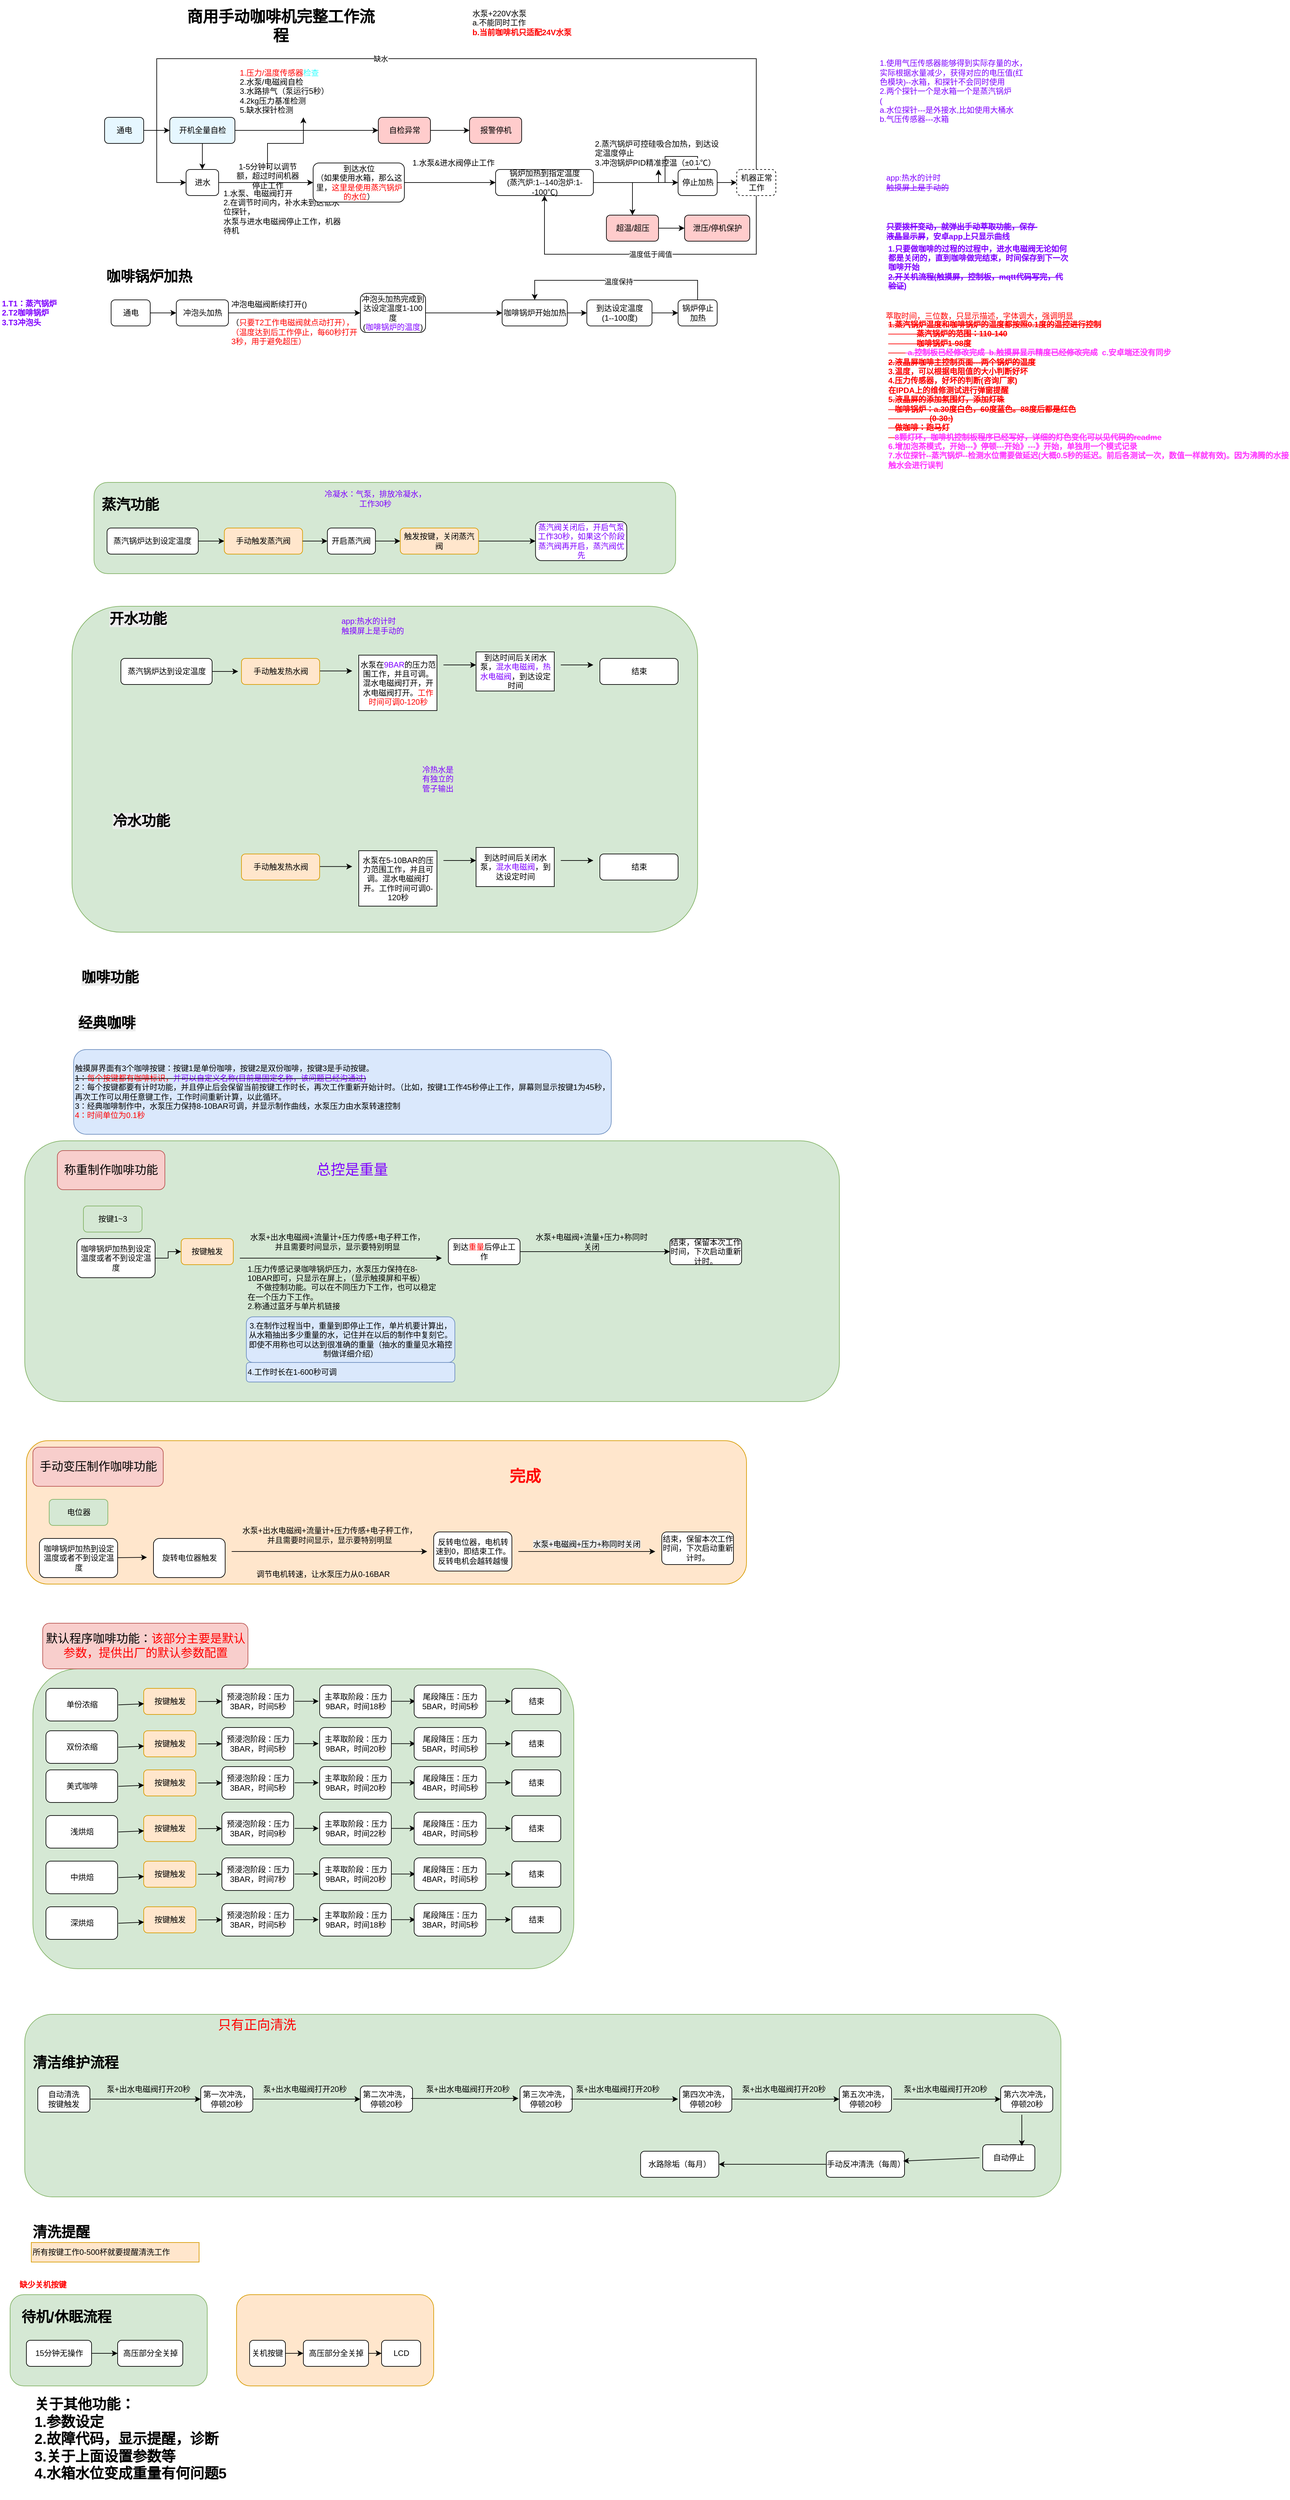
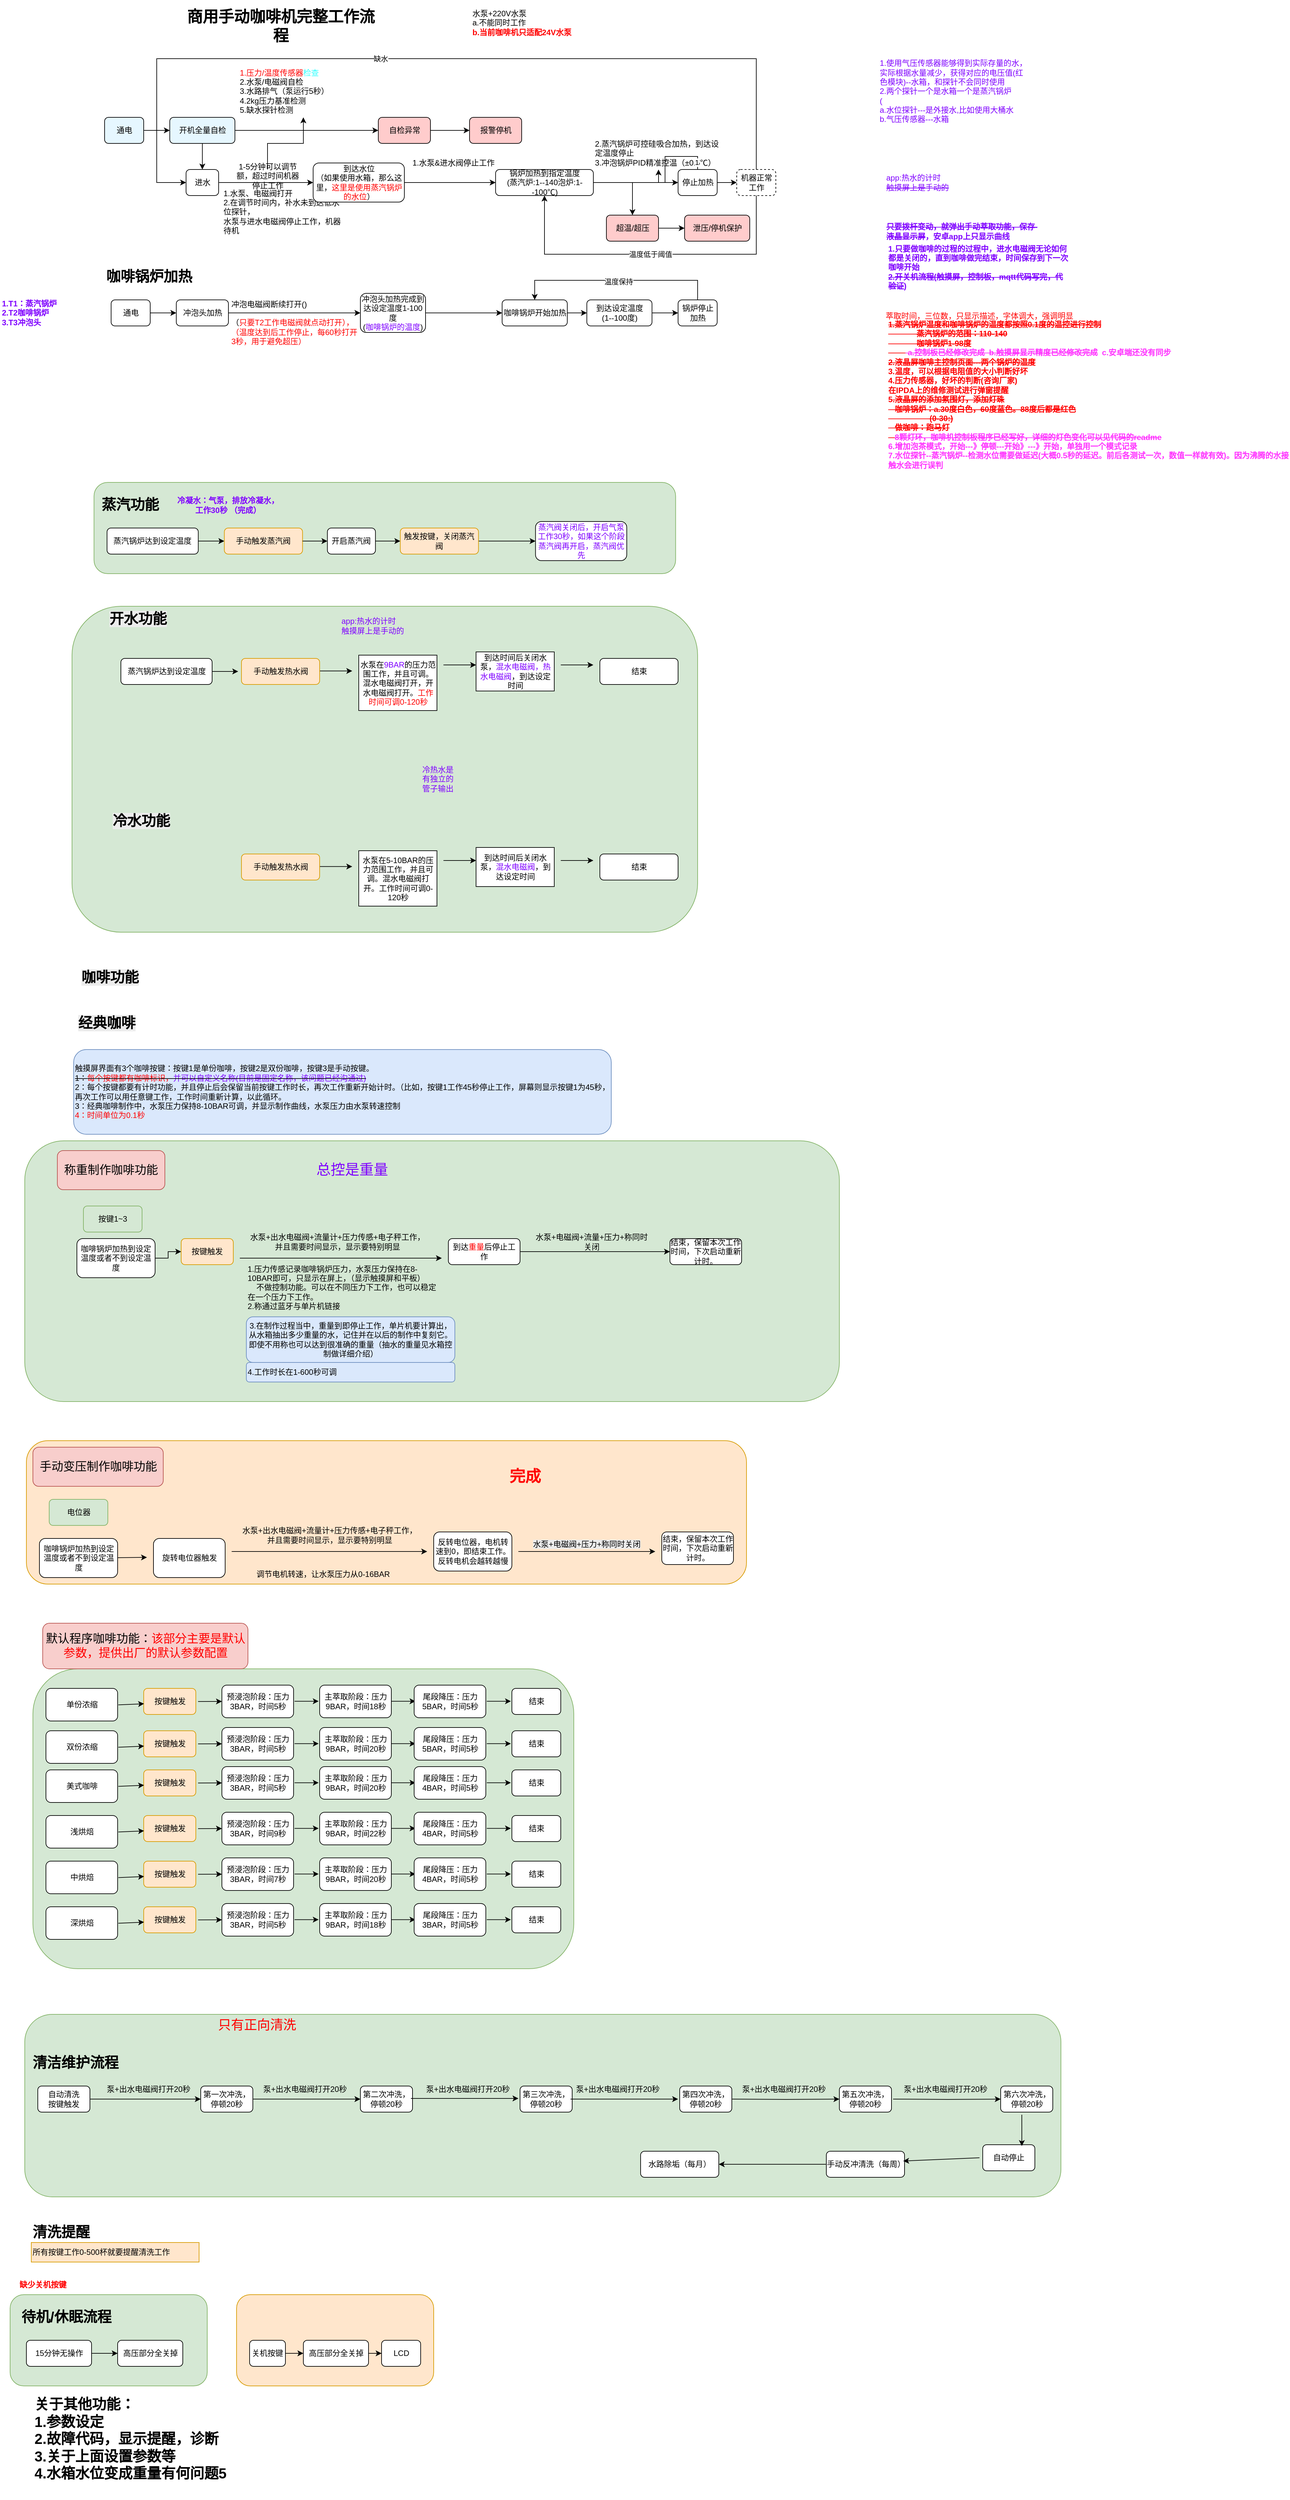
<mxfile host="app.diagrams.net" agent="Mozilla/5.0 (X11; Linux x86_64) AppleWebKit/537.36 (KHTML, like Gecko) Chrome/140.0.0.0 Safari/537.36" version="29.6.4">
  <diagram name="第 1 页" id="PMNbjTTgIml5Qdtd_ilu">
    <mxGraphModel dx="5240" dy="3688" grid="1" gridSize="10" guides="1" tooltips="1" connect="1" arrows="1" fold="1" page="1" pageScale="1" pageWidth="4000" pageHeight="3000" math="0" shadow="0">
      <root>
        <mxCell id="0" />
        <mxCell id="1" parent="0" />
        <mxCell id="I0rIjMPQqkQqQYyNlasD-1" parent="1" style="rounded=1;whiteSpace=wrap;html=1;fillColor=#d5e8d4;strokeColor=#82b366;" value="" vertex="1">
          <mxGeometry height="140" width="302.5" x="-3762.5" y="1520" as="geometry" />
        </mxCell>
        <mxCell id="IilmvoyfG79s7OAyW8Hz-3" parent="1" style="rounded=1;whiteSpace=wrap;html=1;fillColor=#d5e8d4;strokeColor=#82b366;" value="" vertex="1">
          <mxGeometry height="400" width="1250" x="-3740" y="-250" as="geometry" />
        </mxCell>
        <mxCell id="IilmvoyfG79s7OAyW8Hz-1" parent="1" style="rounded=1;whiteSpace=wrap;html=1;fillColor=#ffe6cc;strokeColor=#d79b00;" value="" vertex="1">
          <mxGeometry height="220" width="1105" x="-3737.5" y="210" as="geometry" />
        </mxCell>
        <mxCell id="OjalCZGyZe0Cus6Rz-vr-6" parent="1" style="rounded=1;whiteSpace=wrap;html=1;fillColor=#d5e8d4;strokeColor=#82b366;" value="" vertex="1">
          <mxGeometry height="460" width="830" x="-3727.5" y="560" as="geometry" />
        </mxCell>
        <mxCell id="OjalCZGyZe0Cus6Rz-vr-4" parent="1" style="rounded=1;whiteSpace=wrap;html=1;fillColor=#d5e8d4;strokeColor=#82b366;" value="" vertex="1">
          <mxGeometry height="140" width="892.5" x="-3633.75" y="-1260" as="geometry" />
        </mxCell>
        <mxCell id="OjalCZGyZe0Cus6Rz-vr-2" parent="1" style="rounded=1;whiteSpace=wrap;html=1;fillColor=#d5e8d4;strokeColor=#82b366;" value="" vertex="1">
          <mxGeometry height="500" width="960" x="-3667.5" y="-1070" as="geometry" />
        </mxCell>
        <mxCell id="OjalCZGyZe0Cus6Rz-vr-1" parent="1" style="rounded=1;whiteSpace=wrap;html=1;fillColor=#d5e8d4;strokeColor=#82b366;" value="" vertex="1">
          <mxGeometry height="280" width="1590" x="-3740" y="1090" as="geometry" />
        </mxCell>
        <mxCell id="_P9jYmqXWWuWMUU2pL9c-90" parent="1" style="text;html=1;whiteSpace=wrap;strokeColor=none;fillColor=none;align=center;verticalAlign=middle;rounded=0;fontSize=24;fontStyle=1" value="商用手动咖啡机完整工作流程" vertex="1">
          <mxGeometry height="40" width="300" x="-3497.5" y="-1980" as="geometry" />
        </mxCell>
        <mxCell id="_P9jYmqXWWuWMUU2pL9c-91" parent="1" style="rounded=1;whiteSpace=wrap;html=1;fillColor=#e6f7ff;" value="通电" vertex="1">
          <mxGeometry height="40" width="60" x="-3617.5" y="-1820" as="geometry" />
        </mxCell>
        <mxCell id="_P9jYmqXWWuWMUU2pL9c-92" edge="1" parent="1" source="_P9jYmqXWWuWMUU2pL9c-91" style="edgeStyle=orthogonalEdgeStyle;rounded=0;orthogonalLoop=1;jettySize=auto;html=1;" target="_P9jYmqXWWuWMUU2pL9c-93" value="">
          <mxGeometry relative="1" as="geometry" />
        </mxCell>
        <mxCell id="_P9jYmqXWWuWMUU2pL9c-93" parent="1" style="rounded=1;whiteSpace=wrap;html=1;fillColor=#e6f7ff;" value="开机全量自检" vertex="1">
          <mxGeometry height="40" width="100" x="-3517.5" y="-1820" as="geometry" />
        </mxCell>
        <mxCell id="_P9jYmqXWWuWMUU2pL9c-94" parent="1" style="text;html=1;whiteSpace=wrap;strokeColor=none;fillColor=none;align=left;verticalAlign=middle;rounded=0;" value="&lt;font style=&quot;color: rgb(255, 0, 0);&quot;&gt;1.压力/温度传感器&lt;/font&gt;&lt;font style=&quot;color: rgb(51, 255, 255);&quot;&gt;检查&lt;/font&gt;&lt;br&gt;2.水泵/电磁阀自检&lt;br&gt;3.水路排气（泵运行5秒）&lt;br&gt;4.2kg压力基准检测&lt;br&gt;5.缺水探针检测" vertex="1">
          <mxGeometry height="80" width="200" x="-3412.5" y="-1900" as="geometry" />
        </mxCell>
        <mxCell id="_P9jYmqXWWuWMUU2pL9c-95" edge="1" parent="1" source="_P9jYmqXWWuWMUU2pL9c-93" style="edgeStyle=orthogonalEdgeStyle;rounded=0;orthogonalLoop=1;jettySize=auto;html=1;" target="_P9jYmqXWWuWMUU2pL9c-96" value="">
          <mxGeometry relative="1" as="geometry" />
        </mxCell>
        <mxCell id="_P9jYmqXWWuWMUU2pL9c-96" parent="1" style="rounded=1;whiteSpace=wrap;html=1;fillColor=#ffcccc;" value="自检异常" vertex="1">
          <mxGeometry height="40" width="80" x="-3197.5" y="-1820" as="geometry" />
        </mxCell>
        <mxCell id="_P9jYmqXWWuWMUU2pL9c-97" edge="1" parent="1" source="_P9jYmqXWWuWMUU2pL9c-96" style="edgeStyle=orthogonalEdgeStyle;rounded=0;orthogonalLoop=1;jettySize=auto;html=1;" target="_P9jYmqXWWuWMUU2pL9c-98" value="">
          <mxGeometry relative="1" as="geometry" />
        </mxCell>
        <mxCell id="_P9jYmqXWWuWMUU2pL9c-98" parent="1" style="rounded=1;whiteSpace=wrap;html=1;fillColor=#ffcccc;" value="报警停机" vertex="1">
          <mxGeometry height="40" width="80" x="-3057.5" y="-1820" as="geometry" />
        </mxCell>
        <mxCell id="_P9jYmqXWWuWMUU2pL9c-99" edge="1" parent="1" source="_P9jYmqXWWuWMUU2pL9c-93" style="edgeStyle=orthogonalEdgeStyle;rounded=0;orthogonalLoop=1;jettySize=auto;html=1;" target="_P9jYmqXWWuWMUU2pL9c-2" value="">
          <mxGeometry relative="1" as="geometry" />
        </mxCell>
        <mxCell id="_P9jYmqXWWuWMUU2pL9c-2" parent="1" style="rounded=1;whiteSpace=wrap;html=1;" value="进水" vertex="1">
          <mxGeometry height="40" width="50" x="-3492.5" y="-1740" as="geometry" />
        </mxCell>
        <mxCell id="ROr1tPp7Zhurker6Y36_-3" edge="1" parent="1" source="_P9jYmqXWWuWMUU2pL9c-6" style="edgeStyle=orthogonalEdgeStyle;rounded=0;orthogonalLoop=1;jettySize=auto;html=1;" target="_P9jYmqXWWuWMUU2pL9c-94" value="">
          <mxGeometry relative="1" as="geometry" />
        </mxCell>
        <mxCell id="_P9jYmqXWWuWMUU2pL9c-6" parent="1" style="text;html=1;whiteSpace=wrap;strokeColor=none;fillColor=none;align=center;verticalAlign=middle;rounded=0;" value="1-5分钟可以调节额，超过时间机器停止工作" vertex="1">
          <mxGeometry height="20" width="100" x="-3417.5" y="-1740" as="geometry" />
        </mxCell>
        <mxCell id="_P9jYmqXWWuWMUU2pL9c-7" parent="1" style="text;html=1;whiteSpace=wrap;strokeColor=none;fillColor=none;align=left;verticalAlign=middle;rounded=0;" value="1.水泵、电磁阀打开&lt;br&gt;&lt;div&gt;2.在调节时间内，补水未到达低水位探针，&lt;/div&gt;&lt;div&gt;水泵与进水电磁阀停止工作，机器待机&lt;/div&gt;" vertex="1">
          <mxGeometry height="50" width="190" x="-3437.5" y="-1700" as="geometry" />
        </mxCell>
        <mxCell id="_P9jYmqXWWuWMUU2pL9c-5" edge="1" parent="1" source="_P9jYmqXWWuWMUU2pL9c-2" style="edgeStyle=orthogonalEdgeStyle;rounded=0;orthogonalLoop=1;jettySize=auto;html=1;" target="_P9jYmqXWWuWMUU2pL9c-4" value="">
          <mxGeometry relative="1" as="geometry" />
        </mxCell>
        <mxCell id="_P9jYmqXWWuWMUU2pL9c-4" parent="1" style="rounded=1;whiteSpace=wrap;html=1;" value="到达水位&lt;br&gt;（如果使用水箱，那么这里，&lt;font style=&quot;color: rgb(255, 0, 0);&quot;&gt;这里是使用蒸汽锅炉的水位&lt;/font&gt;）" vertex="1">
          <mxGeometry height="60" width="140" x="-3297.5" y="-1750" as="geometry" />
        </mxCell>
        <mxCell id="_P9jYmqXWWuWMUU2pL9c-10" parent="1" style="text;html=1;whiteSpace=wrap;strokeColor=none;fillColor=none;align=center;verticalAlign=middle;rounded=0;" value="1.水泵&amp;amp;进水阀停止工作" vertex="1">
          <mxGeometry height="20" width="130" x="-3147.5" y="-1760" as="geometry" />
        </mxCell>
        <mxCell id="_P9jYmqXWWuWMUU2pL9c-9" edge="1" parent="1" source="_P9jYmqXWWuWMUU2pL9c-4" style="edgeStyle=orthogonalEdgeStyle;rounded=0;orthogonalLoop=1;jettySize=auto;html=1;" target="_P9jYmqXWWuWMUU2pL9c-8" value="">
          <mxGeometry relative="1" as="geometry" />
        </mxCell>
        <mxCell id="_P9jYmqXWWuWMUU2pL9c-8" parent="1" style="rounded=1;whiteSpace=wrap;html=1;" value="锅炉加热到指定温度&lt;br&gt;(蒸汽炉:1--140泡炉:1--100℃)" vertex="1">
          <mxGeometry height="40" width="150" x="-3017.5" y="-1740" as="geometry" />
        </mxCell>
        <mxCell id="_P9jYmqXWWuWMUU2pL9c-11" parent="1" style="text;html=1;whiteSpace=wrap;strokeColor=none;fillColor=none;align=left;verticalAlign=middle;rounded=0;" value="2.蒸汽锅炉可控硅吸合加热，到达设定温度停止&lt;br&gt;3.冲泡锅炉PID精准控温（±0.5℃）" vertex="1">
          <mxGeometry height="50" width="200" x="-2867.5" y="-1790" as="geometry" />
        </mxCell>
        <mxCell id="_P9jYmqXWWuWMUU2pL9c-13" edge="1" parent="1" source="_P9jYmqXWWuWMUU2pL9c-8" style="edgeStyle=orthogonalEdgeStyle;rounded=0;orthogonalLoop=1;jettySize=auto;html=1;" target="_P9jYmqXWWuWMUU2pL9c-12" value="">
          <mxGeometry relative="1" as="geometry" />
        </mxCell>
        <mxCell id="ROr1tPp7Zhurker6Y36_-1" edge="1" parent="1" source="_P9jYmqXWWuWMUU2pL9c-12" style="edgeStyle=orthogonalEdgeStyle;rounded=0;orthogonalLoop=1;jettySize=auto;html=1;" target="_P9jYmqXWWuWMUU2pL9c-11" value="">
          <mxGeometry relative="1" as="geometry" />
        </mxCell>
        <mxCell id="ROr1tPp7Zhurker6Y36_-2" connectable="0" parent="ROr1tPp7Zhurker6Y36_-1" style="edgeLabel;html=1;align=center;verticalAlign=middle;resizable=0;points=[];" value="1" vertex="1">
          <mxGeometry relative="1" x="-0.8429" y="2" as="geometry">
            <mxPoint as="offset" />
          </mxGeometry>
        </mxCell>
        <mxCell id="_P9jYmqXWWuWMUU2pL9c-12" parent="1" style="rounded=1;whiteSpace=wrap;html=1;" value="停止加热" vertex="1">
          <mxGeometry height="40" width="60" x="-2737.5" y="-1740" as="geometry" />
        </mxCell>
        <mxCell id="_P9jYmqXWWuWMUU2pL9c-17" edge="1" parent="1" source="_P9jYmqXWWuWMUU2pL9c-12" style="edgeStyle=orthogonalEdgeStyle;rounded=0;orthogonalLoop=1;jettySize=auto;html=1;" target="_P9jYmqXWWuWMUU2pL9c-16" value="">
          <mxGeometry relative="1" as="geometry" />
        </mxCell>
        <mxCell id="_P9jYmqXWWuWMUU2pL9c-15" edge="1" parent="1" source="_P9jYmqXWWuWMUU2pL9c-16" style="edgeStyle=orthogonalEdgeStyle;rounded=0;orthogonalLoop=1;jettySize=auto;html=1;exitX=0.5;exitY=0;exitDx=0;exitDy=0;entryX=0;entryY=0.5;entryDx=0;entryDy=0;" target="_P9jYmqXWWuWMUU2pL9c-2">
          <mxGeometry relative="1" as="geometry">
            <Array as="points">
              <mxPoint x="-2617.5" y="-1910" />
              <mxPoint x="-3537.5" y="-1910" />
              <mxPoint x="-3537.5" y="-1720" />
            </Array>
          </mxGeometry>
        </mxCell>
        <mxCell id="_P9jYmqXWWuWMUU2pL9c-19" connectable="0" parent="_P9jYmqXWWuWMUU2pL9c-15" style="edgeLabel;html=1;align=center;verticalAlign=middle;resizable=0;points=[];" value="缺水" vertex="1">
          <mxGeometry relative="1" x="0.133" y="3" as="geometry">
            <mxPoint x="4" y="-3" as="offset" />
          </mxGeometry>
        </mxCell>
        <mxCell id="_P9jYmqXWWuWMUU2pL9c-16" parent="1" style="rounded=1;whiteSpace=wrap;html=1;dashed=1;" value="机器正常工作" vertex="1">
          <mxGeometry height="40" width="60" x="-2647.5" y="-1740" as="geometry" />
        </mxCell>
        <mxCell id="_P9jYmqXWWuWMUU2pL9c-20" edge="1" parent="1" source="_P9jYmqXWWuWMUU2pL9c-16" style="edgeStyle=orthogonalEdgeStyle;rounded=0;orthogonalLoop=1;jettySize=auto;html=1;exitX=0.5;exitY=1;exitDx=0;exitDy=0;entryX=0.5;entryY=1;entryDx=0;entryDy=0;" target="_P9jYmqXWWuWMUU2pL9c-8">
          <mxGeometry relative="1" as="geometry">
            <Array as="points">
              <mxPoint x="-2617.5" y="-1610" />
              <mxPoint x="-2942.5" y="-1610" />
            </Array>
          </mxGeometry>
        </mxCell>
        <mxCell id="_P9jYmqXWWuWMUU2pL9c-21" connectable="0" parent="_P9jYmqXWWuWMUU2pL9c-20" style="edgeLabel;html=1;align=center;verticalAlign=middle;resizable=0;points=[];" value="温度低于阈值" vertex="1">
          <mxGeometry relative="1" x="0.0776" y="2" as="geometry">
            <mxPoint x="19" y="-2" as="offset" />
          </mxGeometry>
        </mxCell>
        <mxCell id="_P9jYmqXWWuWMUU2pL9c-100" edge="1" parent="1" source="_P9jYmqXWWuWMUU2pL9c-8" style="edgeStyle=orthogonalEdgeStyle;rounded=0;orthogonalLoop=1;jettySize=auto;html=1;" target="_P9jYmqXWWuWMUU2pL9c-101" value="">
          <mxGeometry relative="1" as="geometry" />
        </mxCell>
        <mxCell id="_P9jYmqXWWuWMUU2pL9c-101" parent="1" style="rounded=1;whiteSpace=wrap;html=1;fillColor=#ffcccc;" value="超温/超压" vertex="1">
          <mxGeometry height="40" width="80" x="-2847.5" y="-1670" as="geometry" />
        </mxCell>
        <mxCell id="_P9jYmqXWWuWMUU2pL9c-102" edge="1" parent="1" source="_P9jYmqXWWuWMUU2pL9c-101" style="edgeStyle=orthogonalEdgeStyle;rounded=0;orthogonalLoop=1;jettySize=auto;html=1;" target="_P9jYmqXWWuWMUU2pL9c-103" value="">
          <mxGeometry relative="1" as="geometry" />
        </mxCell>
        <mxCell id="_P9jYmqXWWuWMUU2pL9c-103" parent="1" style="rounded=1;whiteSpace=wrap;html=1;fillColor=#ffcccc;" value="泄压/停机保护" vertex="1">
          <mxGeometry height="40" width="100" x="-2727.5" y="-1670" as="geometry" />
        </mxCell>
        <mxCell id="_P9jYmqXWWuWMUU2pL9c-23" parent="1" style="text;html=1;whiteSpace=wrap;strokeColor=none;fillColor=none;align=left;verticalAlign=middle;rounded=0;fontSize=22;fontStyle=1" value="咖啡锅炉加热" vertex="1">
          <mxGeometry height="30" width="160" x="-3617.5" y="-1590" as="geometry" />
        </mxCell>
        <mxCell id="_P9jYmqXWWuWMUU2pL9c-24" parent="1" style="rounded=1;whiteSpace=wrap;html=1;" value="通电" vertex="1">
          <mxGeometry height="40" width="60" x="-3607.5" y="-1540" as="geometry" />
        </mxCell>
        <mxCell id="_P9jYmqXWWuWMUU2pL9c-26" edge="1" parent="1" source="_P9jYmqXWWuWMUU2pL9c-24" style="edgeStyle=orthogonalEdgeStyle;rounded=0;orthogonalLoop=1;jettySize=auto;html=1;" target="_P9jYmqXWWuWMUU2pL9c-25" value="">
          <mxGeometry relative="1" as="geometry" />
        </mxCell>
        <mxCell id="_P9jYmqXWWuWMUU2pL9c-25" parent="1" style="rounded=1;whiteSpace=wrap;html=1;" value="冲泡头加热" vertex="1">
          <mxGeometry height="40" width="80" x="-3507.5" y="-1540" as="geometry" />
        </mxCell>
        <mxCell id="_P9jYmqXWWuWMUU2pL9c-29" parent="1" style="text;html=1;whiteSpace=wrap;strokeColor=none;fillColor=none;align=left;verticalAlign=middle;rounded=0;" value="冲泡电磁阀断续打开()&lt;br&gt;&lt;br&gt;（&lt;font style=&quot;color: rgb(255, 0, 0);&quot;&gt;只要T2工作电磁阀就点动打开），&lt;br&gt;（温度达到后工作停止，每60秒打开3秒，用于避免超压）&lt;/font&gt;" vertex="1">
          <mxGeometry height="70" width="200" x="-3425" y="-1540" as="geometry" />
        </mxCell>
        <mxCell id="_P9jYmqXWWuWMUU2pL9c-28" edge="1" parent="1" source="_P9jYmqXWWuWMUU2pL9c-25" style="edgeStyle=orthogonalEdgeStyle;rounded=0;orthogonalLoop=1;jettySize=auto;html=1;" target="_P9jYmqXWWuWMUU2pL9c-27" value="">
          <mxGeometry relative="1" as="geometry" />
        </mxCell>
        <mxCell id="_P9jYmqXWWuWMUU2pL9c-27" parent="1" style="rounded=1;whiteSpace=wrap;html=1;" value="冲泡头加热完成到达设定温度1-100度&lt;div&gt;(&lt;font style=&quot;color: rgb(127, 0, 255);&quot;&gt;咖啡锅炉的温度&lt;/font&gt;)&lt;/div&gt;" vertex="1">
          <mxGeometry height="60" width="100" x="-3225" y="-1550" as="geometry" />
        </mxCell>
        <mxCell id="_P9jYmqXWWuWMUU2pL9c-31" edge="1" parent="1" source="_P9jYmqXWWuWMUU2pL9c-27" style="edgeStyle=orthogonalEdgeStyle;rounded=0;orthogonalLoop=1;jettySize=auto;html=1;" target="_P9jYmqXWWuWMUU2pL9c-30" value="">
          <mxGeometry relative="1" as="geometry" />
        </mxCell>
        <mxCell id="_P9jYmqXWWuWMUU2pL9c-30" parent="1" style="rounded=1;whiteSpace=wrap;html=1;" value="咖啡锅炉开始加热" vertex="1">
          <mxGeometry height="40" width="100" x="-3007.5" y="-1540" as="geometry" />
        </mxCell>
        <mxCell id="_P9jYmqXWWuWMUU2pL9c-34" edge="1" parent="1" source="_P9jYmqXWWuWMUU2pL9c-30" style="edgeStyle=orthogonalEdgeStyle;rounded=0;orthogonalLoop=1;jettySize=auto;html=1;" target="_P9jYmqXWWuWMUU2pL9c-33" value="">
          <mxGeometry relative="1" as="geometry" />
        </mxCell>
        <mxCell id="_P9jYmqXWWuWMUU2pL9c-33" parent="1" style="rounded=1;whiteSpace=wrap;html=1;" value="到达设定温度&lt;br&gt;(1--100度)" vertex="1">
          <mxGeometry height="40" width="100" x="-2877.5" y="-1540" as="geometry" />
        </mxCell>
        <mxCell id="_P9jYmqXWWuWMUU2pL9c-36" edge="1" parent="1" source="_P9jYmqXWWuWMUU2pL9c-33" style="edgeStyle=orthogonalEdgeStyle;rounded=0;orthogonalLoop=1;jettySize=auto;html=1;" target="_P9jYmqXWWuWMUU2pL9c-35" value="">
          <mxGeometry relative="1" as="geometry" />
        </mxCell>
        <mxCell id="_P9jYmqXWWuWMUU2pL9c-35" parent="1" style="rounded=1;whiteSpace=wrap;html=1;" value="锅炉停止加热" vertex="1">
          <mxGeometry height="40" width="60" x="-2737.5" y="-1540" as="geometry" />
        </mxCell>
        <mxCell id="_P9jYmqXWWuWMUU2pL9c-37" edge="1" parent="1" source="_P9jYmqXWWuWMUU2pL9c-35" style="edgeStyle=orthogonalEdgeStyle;rounded=0;orthogonalLoop=1;jettySize=auto;html=1;exitX=0.5;exitY=0;exitDx=0;exitDy=0;entryX=0.5;entryY=0;entryDx=0;entryDy=0;" target="_P9jYmqXWWuWMUU2pL9c-30">
          <mxGeometry relative="1" as="geometry">
            <Array as="points">
              <mxPoint x="-2707.5" y="-1570" />
              <mxPoint x="-2957.5" y="-1570" />
            </Array>
          </mxGeometry>
        </mxCell>
        <mxCell id="_P9jYmqXWWuWMUU2pL9c-38" connectable="0" parent="_P9jYmqXWWuWMUU2pL9c-37" style="edgeLabel;html=1;align=center;verticalAlign=middle;resizable=0;points=[];" value="温度保持" vertex="1">
          <mxGeometry relative="1" x="-0.0238" y="2" as="geometry">
            <mxPoint as="offset" />
          </mxGeometry>
        </mxCell>
        <mxCell id="_P9jYmqXWWuWMUU2pL9c-110" parent="1" style="text;html=1;whiteSpace=wrap;strokeColor=none;fillColor=none;align=left;verticalAlign=middle;rounded=0;fontSize=22;fontStyle=1" value="蒸汽功能" vertex="1">
          <mxGeometry height="30" width="160" x="-3623.75" y="-1240" as="geometry" />
        </mxCell>
        <mxCell id="_P9jYmqXWWuWMUU2pL9c-111" parent="1" style="rounded=1;whiteSpace=wrap;html=1;" value="蒸汽锅炉达到设定温度" vertex="1">
          <mxGeometry height="40" width="140" x="-3613.75" y="-1190" as="geometry" />
        </mxCell>
        <mxCell id="_P9jYmqXWWuWMUU2pL9c-112" edge="1" parent="1" source="_P9jYmqXWWuWMUU2pL9c-111" style="edgeStyle=orthogonalEdgeStyle;rounded=0;orthogonalLoop=1;jettySize=auto;html=1;" target="_P9jYmqXWWuWMUU2pL9c-113" value="">
          <mxGeometry relative="1" as="geometry" />
        </mxCell>
        <mxCell id="_P9jYmqXWWuWMUU2pL9c-113" parent="1" style="rounded=1;whiteSpace=wrap;html=1;fillColor=#ffe6cc;strokeColor=#d79b00;" value="手动触发蒸汽阀" vertex="1">
          <mxGeometry height="40" width="120" x="-3433.75" y="-1190" as="geometry" />
        </mxCell>
        <mxCell id="_P9jYmqXWWuWMUU2pL9c-114" edge="1" parent="1" source="_P9jYmqXWWuWMUU2pL9c-113" style="edgeStyle=orthogonalEdgeStyle;rounded=0;orthogonalLoop=1;jettySize=auto;html=1;entryX=0;entryY=0.5;entryDx=0;entryDy=0;" target="DRQTxW7p1hNPi4zCKs6T-31" value="">
          <mxGeometry relative="1" as="geometry">
            <mxPoint x="-3276.25" y="-1170" as="targetPoint" />
          </mxGeometry>
        </mxCell>
        <mxCell id="DRQTxW7p1hNPi4zCKs6T-33" edge="1" parent="1" source="_P9jYmqXWWuWMUU2pL9c-117" style="edgeStyle=orthogonalEdgeStyle;rounded=0;orthogonalLoop=1;jettySize=auto;html=1;exitX=1;exitY=0.5;exitDx=0;exitDy=0;entryX=0;entryY=0.5;entryDx=0;entryDy=0;" target="DRQTxW7p1hNPi4zCKs6T-30">
          <mxGeometry relative="1" as="geometry" />
        </mxCell>
        <mxCell id="_P9jYmqXWWuWMUU2pL9c-117" parent="1" style="rounded=1;whiteSpace=wrap;html=1;fillColor=#ffe6cc;strokeColor=#d79b00;" value="触发按键，关闭蒸汽阀" vertex="1">
          <mxGeometry height="40" width="120" x="-3163.75" y="-1190" as="geometry" />
        </mxCell>
        <mxCell id="_P9jYmqXWWuWMUU2pL9c-42" parent="1" style="rounded=1;whiteSpace=wrap;html=1;" value="咖啡锅炉加热到设定温度或者不到设定温度" vertex="1">
          <mxGeometry height="60" width="120" x="-3660" y="-100" as="geometry" />
        </mxCell>
        <mxCell id="_P9jYmqXWWuWMUU2pL9c-44" edge="1" parent="1" source="_P9jYmqXWWuWMUU2pL9c-42" style="edgeStyle=orthogonalEdgeStyle;rounded=0;orthogonalLoop=1;jettySize=auto;html=1;entryX=0;entryY=0.5;entryDx=0;entryDy=0;" target="_P9jYmqXWWuWMUU2pL9c-43" value="">
          <mxGeometry relative="1" as="geometry" />
        </mxCell>
        <mxCell id="_P9jYmqXWWuWMUU2pL9c-43" parent="1" style="rounded=1;whiteSpace=wrap;html=1;fillColor=#ffe6cc;strokeColor=#d79b00;" value="按键触发" vertex="1">
          <mxGeometry height="40" width="80" x="-3500" y="-100" as="geometry" />
        </mxCell>
        <mxCell id="_P9jYmqXWWuWMUU2pL9c-47" parent="1" style="text;html=1;whiteSpace=wrap;strokeColor=none;fillColor=none;align=center;verticalAlign=middle;rounded=0;" value="水泵+出水电磁阀+流量计+压力传感+电子秤工作，并且需要时间显示，显示要特别明显" vertex="1">
          <mxGeometry height="30" width="280" x="-3400" y="-110" as="geometry" />
        </mxCell>
        <mxCell id="_P9jYmqXWWuWMUU2pL9c-48" parent="1" style="text;html=1;whiteSpace=wrap;strokeColor=none;fillColor=none;align=left;verticalAlign=middle;rounded=0;" value="&lt;div&gt;1.压力传感记录咖啡锅炉压力，水泵压力保持在8-10BAR即可，只显示在屏上，（显示触摸屏和平板）&lt;br&gt;&amp;nbsp; &amp;nbsp; 不做控制功能。可以在不同压力下工作，也可以稳定在一个压力下工作。&lt;/div&gt;&lt;div&gt;2.称通过蓝牙与单片机链接&lt;/div&gt;" vertex="1">
          <mxGeometry height="90" width="300" x="-3400" y="-70" as="geometry" />
        </mxCell>
        <mxCell id="_P9jYmqXWWuWMUU2pL9c-45" parent="1" style="rounded=1;whiteSpace=wrap;html=1;" value="到达&lt;font style=&quot;color: rgb(255, 0, 0);&quot;&gt;重量&lt;/font&gt;后停止工作" vertex="1">
          <mxGeometry height="40" width="110" x="-3090" y="-100" as="geometry" />
        </mxCell>
        <mxCell id="_P9jYmqXWWuWMUU2pL9c-50" edge="1" parent="1" source="_P9jYmqXWWuWMUU2pL9c-45" style="edgeStyle=orthogonalEdgeStyle;rounded=0;orthogonalLoop=1;jettySize=auto;html=1;" target="_P9jYmqXWWuWMUU2pL9c-49" value="">
          <mxGeometry relative="1" as="geometry" />
        </mxCell>
        <mxCell id="_P9jYmqXWWuWMUU2pL9c-51" parent="1" style="text;html=1;whiteSpace=wrap;strokeColor=none;fillColor=none;align=center;verticalAlign=middle;rounded=0;" value="水泵+电磁阀+流量+压力+称同时关闭" vertex="1">
          <mxGeometry height="30" width="180" x="-2960" y="-110" as="geometry" />
        </mxCell>
        <mxCell id="_P9jYmqXWWuWMUU2pL9c-49" parent="1" style="rounded=1;whiteSpace=wrap;html=1;" value="结束，保留本次工作时间，下次启动重新计时。" vertex="1">
          <mxGeometry height="40" width="110" x="-2750" y="-100" as="geometry" />
        </mxCell>
        <mxCell id="_P9jYmqXWWuWMUU2pL9c-75" parent="1" style="text;html=1;whiteSpace=wrap;strokeColor=none;fillColor=none;align=left;verticalAlign=middle;rounded=0;fontSize=22;fontStyle=1" value="清洁维护流程" vertex="1">
          <mxGeometry height="30" width="160" x="-3730" y="1150" as="geometry" />
        </mxCell>
        <mxCell id="_P9jYmqXWWuWMUU2pL9c-76" parent="1" style="rounded=1;whiteSpace=wrap;html=1;" value="自动清洗&lt;br&gt;按键触发" vertex="1">
          <mxGeometry height="40" width="80" x="-3720" y="1200" as="geometry" />
        </mxCell>
        <mxCell id="_P9jYmqXWWuWMUU2pL9c-78" edge="1" parent="1" source="_P9jYmqXWWuWMUU2pL9c-76" style="edgeStyle=orthogonalEdgeStyle;rounded=0;orthogonalLoop=1;jettySize=auto;html=1;" target="_P9jYmqXWWuWMUU2pL9c-77" value="">
          <mxGeometry relative="1" as="geometry" />
        </mxCell>
        <mxCell id="_P9jYmqXWWuWMUU2pL9c-79" parent="1" style="text;html=1;whiteSpace=wrap;strokeColor=none;fillColor=none;align=center;verticalAlign=middle;rounded=0;" value="泵+出水电磁阀打开20秒" vertex="1">
          <mxGeometry height="30" width="140" x="-3620" y="1190" as="geometry" />
        </mxCell>
        <mxCell id="_P9jYmqXWWuWMUU2pL9c-77" parent="1" style="rounded=1;whiteSpace=wrap;html=1;" value="第一次冲洗，停顿20秒" vertex="1">
          <mxGeometry height="40" width="80" x="-3470" y="1200" as="geometry" />
        </mxCell>
        <mxCell id="_P9jYmqXWWuWMUU2pL9c-81" edge="1" parent="1" source="_P9jYmqXWWuWMUU2pL9c-77" style="edgeStyle=orthogonalEdgeStyle;rounded=0;orthogonalLoop=1;jettySize=auto;html=1;" target="_P9jYmqXWWuWMUU2pL9c-80" value="">
          <mxGeometry relative="1" as="geometry" />
        </mxCell>
        <mxCell id="_P9jYmqXWWuWMUU2pL9c-82" parent="1" style="text;html=1;whiteSpace=wrap;strokeColor=none;fillColor=none;align=center;verticalAlign=middle;rounded=0;" value="泵+出水电磁阀打开20秒" vertex="1">
          <mxGeometry height="30" width="140" x="-3380" y="1190" as="geometry" />
        </mxCell>
        <mxCell id="_P9jYmqXWWuWMUU2pL9c-80" parent="1" style="rounded=1;whiteSpace=wrap;html=1;" value="第二次冲洗，停顿20秒" vertex="1">
          <mxGeometry height="40" width="80" x="-3225" y="1200" as="geometry" />
        </mxCell>
        <mxCell id="_P9jYmqXWWuWMUU2pL9c-85" parent="1" style="rounded=1;whiteSpace=wrap;html=1;" value="自动停止" vertex="1">
          <mxGeometry height="40" width="80" x="-2270" y="1290" as="geometry" />
        </mxCell>
        <mxCell id="_P9jYmqXWWuWMUU2pL9c-140" edge="1" parent="1" source="lgWbKkXzePmSplhIxeYr-49" style="edgeStyle=orthogonalEdgeStyle;rounded=0;orthogonalLoop=1;jettySize=auto;html=1;exitX=0.406;exitY=1.1;exitDx=0;exitDy=0;exitPerimeter=0;entryX=0.75;entryY=0.05;entryDx=0;entryDy=0;entryPerimeter=0;" target="_P9jYmqXWWuWMUU2pL9c-85" value="">
          <mxGeometry relative="1" as="geometry">
            <mxPoint x="-2215" y="1270" as="sourcePoint" />
          </mxGeometry>
        </mxCell>
        <mxCell id="_P9jYmqXWWuWMUU2pL9c-141" parent="1" style="rounded=1;whiteSpace=wrap;html=1;" value="手动反冲清洗（每周）" vertex="1">
          <mxGeometry height="40" width="120" x="-2510" y="1300" as="geometry" />
        </mxCell>
        <mxCell id="_P9jYmqXWWuWMUU2pL9c-142" edge="1" parent="1" source="_P9jYmqXWWuWMUU2pL9c-141" style="edgeStyle=orthogonalEdgeStyle;rounded=0;orthogonalLoop=1;jettySize=auto;html=1;" target="_P9jYmqXWWuWMUU2pL9c-143" value="">
          <mxGeometry relative="1" as="geometry" />
        </mxCell>
        <mxCell id="_P9jYmqXWWuWMUU2pL9c-143" parent="1" style="rounded=1;whiteSpace=wrap;html=1;" value="水路除垢（每月）" vertex="1">
          <mxGeometry height="40" width="120" x="-2795" y="1300" as="geometry" />
        </mxCell>
        <mxCell id="_P9jYmqXWWuWMUU2pL9c-150" parent="1" style="text;html=1;whiteSpace=wrap;strokeColor=none;fillColor=none;align=left;verticalAlign=middle;rounded=0;fontSize=22;fontStyle=1" value="待机/休眠流程" vertex="1">
          <mxGeometry height="30" width="160" x="-3747.5" y="1540" as="geometry" />
        </mxCell>
        <mxCell id="_P9jYmqXWWuWMUU2pL9c-151" parent="1" style="rounded=1;whiteSpace=wrap;html=1;" value="15分钟无操作" vertex="1">
          <mxGeometry height="40" width="100" x="-3737.5" y="1590" as="geometry" />
        </mxCell>
        <mxCell id="_P9jYmqXWWuWMUU2pL9c-152" edge="1" parent="1" source="_P9jYmqXWWuWMUU2pL9c-151" style="edgeStyle=orthogonalEdgeStyle;rounded=0;orthogonalLoop=1;jettySize=auto;html=1;" target="_P9jYmqXWWuWMUU2pL9c-153" value="">
          <mxGeometry relative="1" as="geometry" />
        </mxCell>
        <mxCell id="_P9jYmqXWWuWMUU2pL9c-153" parent="1" style="rounded=1;whiteSpace=wrap;html=1;" value="高压部分全关掉" vertex="1">
          <mxGeometry height="40" width="100" x="-3597.5" y="1590" as="geometry" />
        </mxCell>
        <mxCell id="xD5JS4Ofd663jAq8a2iz-111" parent="1" style="text;whiteSpace=wrap;html=1;" value="&lt;span style=&quot;color: rgb(0, 0, 0); font-family: Helvetica; font-size: 22px; font-style: normal; font-variant-ligatures: normal; font-variant-caps: normal; font-weight: 700; letter-spacing: normal; orphans: 2; text-align: left; text-indent: 0px; text-transform: none; widows: 2; word-spacing: 0px; -webkit-text-stroke-width: 0px; white-space: normal; background-color: rgb(236, 236, 236); text-decoration-thickness: initial; text-decoration-style: initial; text-decoration-color: initial; float: none; display: inline !important;&quot;&gt;开水功能&lt;/span&gt;" vertex="1">
          <mxGeometry height="50" width="120" x="-3612.5" y="-1070" as="geometry" />
        </mxCell>
        <mxCell id="xD5JS4Ofd663jAq8a2iz-113" parent="1" style="rounded=1;whiteSpace=wrap;html=1;" value="蒸汽锅炉达到设定温度" vertex="1">
          <mxGeometry height="40" width="140" x="-3592.5" y="-990" as="geometry" />
        </mxCell>
        <mxCell id="xD5JS4Ofd663jAq8a2iz-114" edge="1" parent="1" source="xD5JS4Ofd663jAq8a2iz-113" style="edgeStyle=orthogonalEdgeStyle;rounded=0;orthogonalLoop=1;jettySize=auto;html=1;" value="">
          <mxGeometry relative="1" as="geometry">
            <mxPoint x="-3412.5" y="-970" as="targetPoint" />
          </mxGeometry>
        </mxCell>
        <mxCell id="xD5JS4Ofd663jAq8a2iz-123" edge="1" parent="1" style="edgeStyle=none;orthogonalLoop=1;jettySize=auto;html=1;rounded=0;" value="">
          <mxGeometry relative="1" width="100" as="geometry">
            <Array as="points" />
            <mxPoint x="-3287.5" y="-970.71" as="sourcePoint" />
            <mxPoint x="-3237.5" y="-970.71" as="targetPoint" />
          </mxGeometry>
        </mxCell>
        <mxCell id="xD5JS4Ofd663jAq8a2iz-124" parent="1" style="rounded=0;whiteSpace=wrap;html=1;" value="水泵在&lt;font style=&quot;color: rgb(127, 0, 255);&quot;&gt;9BAR&lt;/font&gt;的压力范围工作，并且可调。混水电磁阀打开，开水电磁阀打开。&lt;font style=&quot;color: rgb(255, 0, 0);&quot;&gt;工作时间可调0-120秒&lt;/font&gt;" vertex="1">
          <mxGeometry height="85" width="120" x="-3227.5" y="-995" as="geometry" />
        </mxCell>
        <mxCell id="xD5JS4Ofd663jAq8a2iz-125" edge="1" parent="1" style="edgeStyle=none;orthogonalLoop=1;jettySize=auto;html=1;rounded=0;" value="">
          <mxGeometry relative="1" width="100" as="geometry">
            <Array as="points">
              <mxPoint x="-3077.5" y="-980" />
            </Array>
            <mxPoint x="-3097.5" y="-980" as="sourcePoint" />
            <mxPoint x="-3047.5" y="-980" as="targetPoint" />
          </mxGeometry>
        </mxCell>
        <mxCell id="xD5JS4Ofd663jAq8a2iz-126" parent="1" style="rounded=0;whiteSpace=wrap;html=1;" value="到达时间后关闭水泵，&lt;font style=&quot;color: rgb(127, 0, 255);&quot;&gt;混水电磁阀，热水电磁阀&lt;/font&gt;，到达设定时间" vertex="1">
          <mxGeometry height="60" width="120" x="-3047.5" y="-1000" as="geometry" />
        </mxCell>
        <mxCell id="xD5JS4Ofd663jAq8a2iz-142" parent="1" style="rounded=1;whiteSpace=wrap;html=1;fillColor=#ffe6cc;strokeColor=#d79b00;" value="手动触发热水阀" vertex="1">
          <mxGeometry height="40" width="120" x="-3407.5" y="-990" as="geometry" />
        </mxCell>
        <mxCell id="xD5JS4Ofd663jAq8a2iz-144" parent="1" style="rounded=1;whiteSpace=wrap;html=1;" value="结束" vertex="1">
          <mxGeometry height="40" width="120" x="-2857.5" y="-990" as="geometry" />
        </mxCell>
        <mxCell id="xD5JS4Ofd663jAq8a2iz-145" edge="1" parent="1" style="edgeStyle=none;orthogonalLoop=1;jettySize=auto;html=1;rounded=0;" value="">
          <mxGeometry relative="1" width="100" as="geometry">
            <Array as="points" />
            <mxPoint x="-2917.5" y="-980" as="sourcePoint" />
            <mxPoint x="-2867.5" y="-980" as="targetPoint" />
          </mxGeometry>
        </mxCell>
        <mxCell id="xD5JS4Ofd663jAq8a2iz-146" parent="1" style="text;whiteSpace=wrap;html=1;" value="&lt;span style=&quot;color: rgb(0, 0, 0); font-family: Helvetica; font-size: 22px; font-style: normal; font-variant-ligatures: normal; font-variant-caps: normal; font-weight: 700; letter-spacing: normal; orphans: 2; text-align: left; text-indent: 0px; text-transform: none; widows: 2; word-spacing: 0px; -webkit-text-stroke-width: 0px; white-space: normal; background-color: rgb(236, 236, 236); text-decoration-thickness: initial; text-decoration-style: initial; text-decoration-color: initial; float: none; display: inline !important;&quot;&gt;咖啡功能&lt;/span&gt;" vertex="1">
          <mxGeometry height="50" width="120" x="-3655" y="-520" as="geometry" />
        </mxCell>
        <mxCell id="xD5JS4Ofd663jAq8a2iz-147" parent="1" style="text;whiteSpace=wrap;html=1;" value="&lt;span style=&quot;color: rgb(0, 0, 0); font-family: Helvetica; font-size: 22px; font-style: normal; font-variant-ligatures: normal; font-variant-caps: normal; font-weight: 700; letter-spacing: normal; orphans: 2; text-align: left; text-indent: 0px; text-transform: none; widows: 2; word-spacing: 0px; -webkit-text-stroke-width: 0px; white-space: normal; background-color: rgb(236, 236, 236); text-decoration-thickness: initial; text-decoration-style: initial; text-decoration-color: initial; float: none; display: inline !important;&quot;&gt;经典咖啡&lt;/span&gt;" vertex="1">
          <mxGeometry height="50" width="120" x="-3660" y="-450" as="geometry" />
        </mxCell>
        <mxCell id="xD5JS4Ofd663jAq8a2iz-148" parent="1" style="rounded=1;whiteSpace=wrap;html=1;align=left;fillColor=#dae8fc;strokeColor=#6c8ebf;" value="触摸屏界面有3个咖啡按键：按键1是单份咖啡，按键2是双份咖啡，按键3是手动按键。&lt;div&gt;&lt;strike&gt;1：&lt;font style=&quot;color: rgb(255, 0, 0);&quot;&gt;每个按键都有咖啡标识，&lt;/font&gt;&lt;font style=&quot;color: rgb(127, 0, 255);&quot;&gt;并可以自定义名称(目前是固定名称，该问题已经沟通过)&lt;/font&gt;&lt;/strike&gt;&lt;/div&gt;&lt;div&gt;2：每个按键都要有计时功能，并且停止后会保留当前按键工作时长，再次工作重新开始计时。（比如，按键1工作45秒停止工作，屏幕则显示按键1为45秒，再次工作可以用任意键工作，工作时间重新计算，以此循环。&lt;/div&gt;&lt;div&gt;3：经典咖啡制作中，水泵压力保持8-10BAR可调，并显示制作曲线，水泵压力由水泵转速控制&lt;/div&gt;&lt;div&gt;&lt;font style=&quot;color: rgb(255, 0, 0);&quot;&gt;4：时间单位为0.1秒&lt;/font&gt;&lt;/div&gt;" vertex="1">
          <mxGeometry height="130" width="825" x="-3665" y="-390" as="geometry" />
        </mxCell>
        <mxCell id="xD5JS4Ofd663jAq8a2iz-149" parent="1" style="rounded=1;whiteSpace=wrap;html=1;fillColor=#f8cecc;strokeColor=#b85450;" value="&lt;font style=&quot;font-size: 18px;&quot;&gt;称重制作咖啡功能&lt;/font&gt;" vertex="1">
          <mxGeometry height="60" width="165" x="-3690" y="-235" as="geometry" />
        </mxCell>
        <mxCell id="xD5JS4Ofd663jAq8a2iz-153" parent="1" style="rounded=1;whiteSpace=wrap;html=1;fillColor=#dae8fc;strokeColor=#6c8ebf;" value="3.在制作过程当中，重量到即停止工作，单片机要计算出，从水箱抽出多少重量的水，记住并在以后的制作中复刻它。即使不用称也可以达到很准确的重量（抽水的重量见水箱控制做详细介绍）" vertex="1">
          <mxGeometry height="70" width="320" x="-3400" y="20" as="geometry" />
        </mxCell>
        <mxCell id="xD5JS4Ofd663jAq8a2iz-154" parent="1" style="rounded=1;whiteSpace=wrap;html=1;fillColor=#d5e8d4;strokeColor=#82b366;" value="按键1~3" vertex="1">
          <mxGeometry height="40" width="90" x="-3650" y="-150" as="geometry" />
        </mxCell>
        <mxCell id="xD5JS4Ofd663jAq8a2iz-165" parent="1" style="rounded=1;whiteSpace=wrap;html=1;fillColor=#dae8fc;strokeColor=#6c8ebf;align=left;" value="4.工作时长在1-600秒可调" vertex="1">
          <mxGeometry height="30" width="320" x="-3400" y="90" as="geometry" />
        </mxCell>
        <mxCell id="xD5JS4Ofd663jAq8a2iz-172" edge="1" parent="1" style="endArrow=classic;html=1;rounded=0;entryX=1;entryY=0;entryDx=0;entryDy=0;entryPerimeter=0;" target="_P9jYmqXWWuWMUU2pL9c-48" value="">
          <mxGeometry height="50" relative="1" width="50" as="geometry">
            <mxPoint x="-3410" y="-70" as="sourcePoint" />
            <mxPoint x="-3320" y="-70" as="targetPoint" />
          </mxGeometry>
        </mxCell>
        <mxCell id="xD5JS4Ofd663jAq8a2iz-181" parent="1" style="rounded=1;whiteSpace=wrap;html=1;fillColor=#f8cecc;strokeColor=#b85450;" value="&lt;font style=&quot;font-size: 18px;&quot;&gt;手动变压制作咖啡功能&lt;/font&gt;" vertex="1">
          <mxGeometry height="60" width="200" x="-3727.5" y="220" as="geometry" />
        </mxCell>
        <mxCell id="xD5JS4Ofd663jAq8a2iz-183" parent="1" style="rounded=1;whiteSpace=wrap;html=1;" value="咖啡锅炉加热到设定温度或者不到设定温度" vertex="1">
          <mxGeometry height="60" width="120" x="-3717.5" y="360" as="geometry" />
        </mxCell>
        <mxCell id="xD5JS4Ofd663jAq8a2iz-184" parent="1" style="rounded=1;whiteSpace=wrap;html=1;fillColor=#d5e8d4;strokeColor=#82b366;" value="电位器" vertex="1">
          <mxGeometry height="40" width="90" x="-3702.5" y="300" as="geometry" />
        </mxCell>
        <mxCell id="xD5JS4Ofd663jAq8a2iz-186" edge="1" parent="1" style="endArrow=classic;html=1;rounded=0;" value="">
          <mxGeometry height="50" relative="1" width="50" as="geometry">
            <mxPoint x="-3597.5" y="389.44000000000005" as="sourcePoint" />
            <mxPoint x="-3552.5" y="389" as="targetPoint" />
          </mxGeometry>
        </mxCell>
        <mxCell id="xD5JS4Ofd663jAq8a2iz-187" parent="1" style="rounded=1;whiteSpace=wrap;html=1;" value="旋转电位器触发" vertex="1">
          <mxGeometry height="60" width="110" x="-3542.5" y="360" as="geometry" />
        </mxCell>
        <mxCell id="xD5JS4Ofd663jAq8a2iz-188" edge="1" parent="1" style="endArrow=classic;html=1;rounded=0;" value="">
          <mxGeometry height="50" relative="1" width="50" as="geometry">
            <mxPoint x="-3422.5" y="380" as="sourcePoint" />
            <mxPoint x="-3122.5" y="380" as="targetPoint" />
          </mxGeometry>
        </mxCell>
        <mxCell id="xD5JS4Ofd663jAq8a2iz-189" parent="1" style="text;html=1;whiteSpace=wrap;strokeColor=none;fillColor=none;align=center;verticalAlign=middle;rounded=0;" value="水泵+出水电磁阀+流量计+压力传感+电子秤工作，并且需要时间显示，显示要特别明显" vertex="1">
          <mxGeometry height="30" width="280" x="-3412.5" y="340" as="geometry" />
        </mxCell>
        <mxCell id="xD5JS4Ofd663jAq8a2iz-191" parent="1" style="text;html=1;whiteSpace=wrap;strokeColor=none;fillColor=none;align=center;verticalAlign=middle;rounded=0;" value="调节电机转速，让水泵压力从0-16BAR" vertex="1">
          <mxGeometry height="30" width="260" x="-3412.5" y="400" as="geometry" />
        </mxCell>
        <mxCell id="xD5JS4Ofd663jAq8a2iz-192" parent="1" style="rounded=1;whiteSpace=wrap;html=1;" value="反转电位器，电机转速到0，即结束工作。反转电机会越转越慢" vertex="1">
          <mxGeometry height="60" width="120" x="-3112.5" y="350" as="geometry" />
        </mxCell>
        <mxCell id="xD5JS4Ofd663jAq8a2iz-193" parent="1" style="rounded=1;whiteSpace=wrap;html=1;" value="结束，保留本次工作时间，下次启动重新计时。" vertex="1">
          <mxGeometry height="50" width="110" x="-2762.5" y="350" as="geometry" />
        </mxCell>
        <mxCell id="xD5JS4Ofd663jAq8a2iz-194" edge="1" parent="1" style="edgeStyle=orthogonalEdgeStyle;rounded=0;orthogonalLoop=1;jettySize=auto;html=1;" value="">
          <mxGeometry relative="1" as="geometry">
            <mxPoint x="-2982.5" y="380" as="sourcePoint" />
            <mxPoint x="-2772.5" y="380" as="targetPoint" />
          </mxGeometry>
        </mxCell>
        <mxCell id="xD5JS4Ofd663jAq8a2iz-195" parent="1" style="text;whiteSpace=wrap;html=1;" value="&lt;span style=&quot;color: rgb(0, 0, 0); font-family: Helvetica; font-size: 12px; font-style: normal; font-variant-ligatures: normal; font-variant-caps: normal; font-weight: 400; letter-spacing: normal; orphans: 2; text-align: center; text-indent: 0px; text-transform: none; widows: 2; word-spacing: 0px; -webkit-text-stroke-width: 0px; white-space: normal; background-color: rgb(236, 236, 236); text-decoration-thickness: initial; text-decoration-style: initial; text-decoration-color: initial; display: inline !important; float: none;&quot;&gt;水泵+电磁阀+压力+称同时关闭&lt;/span&gt;" vertex="1">
          <mxGeometry height="40" width="200" x="-2962.5" y="355" as="geometry" />
        </mxCell>
        <mxCell id="lgWbKkXzePmSplhIxeYr-1" parent="1" style="text;whiteSpace=wrap;html=1;" value="&lt;span style=&quot;color: rgb(0, 0, 0); font-family: Helvetica; font-size: 22px; font-style: normal; font-variant-ligatures: normal; font-variant-caps: normal; font-weight: 700; letter-spacing: normal; orphans: 2; text-align: left; text-indent: 0px; text-transform: none; widows: 2; word-spacing: 0px; -webkit-text-stroke-width: 0px; white-space: normal; background-color: rgb(236, 236, 236); text-decoration-thickness: initial; text-decoration-style: initial; text-decoration-color: initial; float: none; display: inline !important;&quot;&gt;冷水功能&lt;/span&gt;" vertex="1">
          <mxGeometry height="50" width="120" x="-3607.5" y="-760" as="geometry" />
        </mxCell>
        <mxCell id="lgWbKkXzePmSplhIxeYr-10" edge="1" parent="1" style="edgeStyle=none;orthogonalLoop=1;jettySize=auto;html=1;rounded=0;" value="">
          <mxGeometry relative="1" width="100" as="geometry">
            <Array as="points" />
            <mxPoint x="-3287.5" y="-670.71" as="sourcePoint" />
            <mxPoint x="-3237.5" y="-670.71" as="targetPoint" />
          </mxGeometry>
        </mxCell>
        <mxCell id="lgWbKkXzePmSplhIxeYr-11" parent="1" style="rounded=0;whiteSpace=wrap;html=1;" value="水泵在5-10BAR的压力范围工作，并且可调。混水电磁阀打开。工作时间可调0-120秒" vertex="1">
          <mxGeometry height="85" width="120" x="-3227.5" y="-695" as="geometry" />
        </mxCell>
        <mxCell id="lgWbKkXzePmSplhIxeYr-12" edge="1" parent="1" style="edgeStyle=none;orthogonalLoop=1;jettySize=auto;html=1;rounded=0;" value="">
          <mxGeometry relative="1" width="100" as="geometry">
            <Array as="points">
              <mxPoint x="-3077.5" y="-680" />
            </Array>
            <mxPoint x="-3097.5" y="-680" as="sourcePoint" />
            <mxPoint x="-3047.5" y="-680" as="targetPoint" />
          </mxGeometry>
        </mxCell>
        <mxCell id="lgWbKkXzePmSplhIxeYr-13" parent="1" style="rounded=0;whiteSpace=wrap;html=1;" value="到达时间后关闭水泵，&lt;font style=&quot;color: rgb(127, 0, 255);&quot;&gt;混水电磁阀&lt;/font&gt;，到达设定时间" vertex="1">
          <mxGeometry height="60" width="120" x="-3047.5" y="-700" as="geometry" />
        </mxCell>
        <mxCell id="lgWbKkXzePmSplhIxeYr-15" parent="1" style="rounded=1;whiteSpace=wrap;html=1;fillColor=#ffe6cc;strokeColor=#d79b00;" value="手动触发热水阀" vertex="1">
          <mxGeometry height="40" width="120" x="-3407.5" y="-690" as="geometry" />
        </mxCell>
        <mxCell id="lgWbKkXzePmSplhIxeYr-16" parent="1" style="rounded=1;whiteSpace=wrap;html=1;" value="结束" vertex="1">
          <mxGeometry height="40" width="120" x="-2857.5" y="-690" as="geometry" />
        </mxCell>
        <mxCell id="lgWbKkXzePmSplhIxeYr-17" edge="1" parent="1" style="edgeStyle=none;orthogonalLoop=1;jettySize=auto;html=1;rounded=0;" value="">
          <mxGeometry relative="1" width="100" as="geometry">
            <Array as="points" />
            <mxPoint x="-2917.5" y="-680" as="sourcePoint" />
            <mxPoint x="-2867.5" y="-680" as="targetPoint" />
          </mxGeometry>
        </mxCell>
        <mxCell id="lgWbKkXzePmSplhIxeYr-38" edge="1" parent="1" style="edgeStyle=orthogonalEdgeStyle;rounded=0;orthogonalLoop=1;jettySize=auto;html=1;" value="">
          <mxGeometry relative="1" as="geometry">
            <mxPoint x="-3147.5" y="1219" as="sourcePoint" />
            <mxPoint x="-2982.5" y="1219" as="targetPoint" />
          </mxGeometry>
        </mxCell>
        <mxCell id="lgWbKkXzePmSplhIxeYr-39" parent="1" style="text;html=1;whiteSpace=wrap;strokeColor=none;fillColor=none;align=center;verticalAlign=middle;rounded=0;" value="泵+出水电磁阀打开20秒" vertex="1">
          <mxGeometry height="30" width="140" x="-3130" y="1190" as="geometry" />
        </mxCell>
        <mxCell id="lgWbKkXzePmSplhIxeYr-40" parent="1" style="rounded=1;whiteSpace=wrap;html=1;" value="第三次冲洗，停顿20秒" vertex="1">
          <mxGeometry height="40" width="80" x="-2980" y="1200" as="geometry" />
        </mxCell>
        <mxCell id="lgWbKkXzePmSplhIxeYr-41" edge="1" parent="1" style="edgeStyle=orthogonalEdgeStyle;rounded=0;orthogonalLoop=1;jettySize=auto;html=1;" target="lgWbKkXzePmSplhIxeYr-43" value="">
          <mxGeometry relative="1" as="geometry">
            <mxPoint x="-2655" y="1220" as="sourcePoint" />
          </mxGeometry>
        </mxCell>
        <mxCell id="lgWbKkXzePmSplhIxeYr-42" parent="1" style="text;html=1;whiteSpace=wrap;strokeColor=none;fillColor=none;align=center;verticalAlign=middle;rounded=0;" value="泵+出水电磁阀打开20秒" vertex="1">
          <mxGeometry height="30" width="140" x="-2645" y="1190" as="geometry" />
        </mxCell>
        <mxCell id="lgWbKkXzePmSplhIxeYr-43" parent="1" style="rounded=1;whiteSpace=wrap;html=1;" value="第五次冲洗，停顿20秒" vertex="1">
          <mxGeometry height="40" width="80" x="-2490" y="1200" as="geometry" />
        </mxCell>
        <mxCell id="lgWbKkXzePmSplhIxeYr-44" edge="1" parent="1" style="edgeStyle=orthogonalEdgeStyle;rounded=0;orthogonalLoop=1;jettySize=auto;html=1;" value="">
          <mxGeometry relative="1" as="geometry">
            <mxPoint x="-2902.5" y="1220" as="sourcePoint" />
            <mxPoint x="-2737.5" y="1220" as="targetPoint" />
          </mxGeometry>
        </mxCell>
        <mxCell id="lgWbKkXzePmSplhIxeYr-45" parent="1" style="text;html=1;whiteSpace=wrap;strokeColor=none;fillColor=none;align=center;verticalAlign=middle;rounded=0;" value="泵+出水电磁阀打开20秒" vertex="1">
          <mxGeometry height="30" width="140" x="-2900" y="1190" as="geometry" />
        </mxCell>
        <mxCell id="lgWbKkXzePmSplhIxeYr-46" parent="1" style="rounded=1;whiteSpace=wrap;html=1;" value="第四次冲洗，停顿20秒" vertex="1">
          <mxGeometry height="40" width="80" x="-2735" y="1200" as="geometry" />
        </mxCell>
        <mxCell id="lgWbKkXzePmSplhIxeYr-47" edge="1" parent="1" style="edgeStyle=orthogonalEdgeStyle;rounded=0;orthogonalLoop=1;jettySize=auto;html=1;" target="lgWbKkXzePmSplhIxeYr-49" value="">
          <mxGeometry relative="1" as="geometry">
            <mxPoint x="-2407.5" y="1220" as="sourcePoint" />
          </mxGeometry>
        </mxCell>
        <mxCell id="lgWbKkXzePmSplhIxeYr-48" parent="1" style="text;html=1;whiteSpace=wrap;strokeColor=none;fillColor=none;align=center;verticalAlign=middle;rounded=0;" value="泵+出水电磁阀打开20秒" vertex="1">
          <mxGeometry height="30" width="140" x="-2397.5" y="1190" as="geometry" />
        </mxCell>
        <mxCell id="lgWbKkXzePmSplhIxeYr-49" parent="1" style="rounded=1;whiteSpace=wrap;html=1;" value="第六次冲洗，停顿20秒" vertex="1">
          <mxGeometry height="40" width="80" x="-2242.5" y="1200" as="geometry" />
        </mxCell>
        <mxCell id="lgWbKkXzePmSplhIxeYr-50" edge="1" parent="1" style="endArrow=classic;html=1;rounded=0;entryX=0.983;entryY=0.375;entryDx=0;entryDy=0;entryPerimeter=0;" target="_P9jYmqXWWuWMUU2pL9c-141" value="">
          <mxGeometry height="50" relative="1" width="50" as="geometry">
            <mxPoint x="-2275" y="1310" as="sourcePoint" />
            <mxPoint x="-2635" y="1280" as="targetPoint" />
          </mxGeometry>
        </mxCell>
        <mxCell id="lgWbKkXzePmSplhIxeYr-51" parent="1" style="text;html=1;whiteSpace=wrap;strokeColor=none;fillColor=none;align=left;verticalAlign=middle;rounded=0;fontSize=22;fontStyle=1" value="清洗提醒" vertex="1">
          <mxGeometry height="30" width="160" x="-3730" y="1410" as="geometry" />
        </mxCell>
        <mxCell id="lgWbKkXzePmSplhIxeYr-52" parent="1" style="text;html=1;whiteSpace=wrap;strokeColor=#d79b00;fillColor=#ffe6cc;align=left;verticalAlign=middle;rounded=0;" value="所有按键工作0-500杯就要提醒清洗工作" vertex="1">
          <mxGeometry height="30" width="257.5" x="-3730" y="1440" as="geometry" />
        </mxCell>
        <mxCell id="lgWbKkXzePmSplhIxeYr-53" parent="1" style="text;html=1;whiteSpace=wrap;strokeColor=none;fillColor=none;align=left;verticalAlign=middle;rounded=0;fontSize=22;fontStyle=1" value="关于其他功能：&lt;div&gt;1.参数设定&lt;/div&gt;&lt;div&gt;2.故障代码，显示提醒，诊断&lt;/div&gt;&lt;div&gt;3.关于上面设置参数等&lt;/div&gt;&lt;div&gt;4.水箱水位变成重量有何问题5&lt;/div&gt;&lt;div&gt;&lt;br&gt;&lt;/div&gt;" vertex="1">
          <mxGeometry height="130" width="317.5" x="-3727.5" y="1690" as="geometry" />
        </mxCell>
        <mxCell id="riORpZrSyDfUIBfQNrKo-1" parent="1" style="rounded=1;whiteSpace=wrap;html=1;fillColor=#f8cecc;strokeColor=#b85450;" value="&lt;font style=&quot;font-size: 18px;&quot;&gt;默认程序咖啡功能：&lt;font style=&quot;color: rgb(255, 0, 0);&quot;&gt;该部分主要是默认参数，提供出厂的默认参数配置&lt;/font&gt;&lt;/font&gt;" vertex="1">
          <mxGeometry height="70" width="315" x="-3712.5" y="490" as="geometry" />
        </mxCell>
        <mxCell id="riORpZrSyDfUIBfQNrKo-2" parent="1" style="rounded=1;whiteSpace=wrap;html=1;" value="单份浓缩" vertex="1">
          <mxGeometry height="50" width="110" x="-3707.5" y="590" as="geometry" />
        </mxCell>
        <mxCell id="riORpZrSyDfUIBfQNrKo-3" parent="1" style="rounded=1;whiteSpace=wrap;html=1;fillColor=#ffe6cc;strokeColor=#d79b00;" value="按键触发" vertex="1">
          <mxGeometry height="40" width="80" x="-3557.5" y="590" as="geometry" />
        </mxCell>
        <mxCell id="riORpZrSyDfUIBfQNrKo-4" edge="1" parent="1" source="riORpZrSyDfUIBfQNrKo-2" style="endArrow=classic;html=1;rounded=0;exitX=1.01;exitY=0.506;exitDx=0;exitDy=0;exitPerimeter=0;entryX=0.007;entryY=0.589;entryDx=0;entryDy=0;entryPerimeter=0;" target="riORpZrSyDfUIBfQNrKo-3" value="">
          <mxGeometry height="50" relative="1" width="50" as="geometry">
            <mxPoint x="-3537.5" y="760" as="sourcePoint" />
            <mxPoint x="-3567.5" y="615" as="targetPoint" />
          </mxGeometry>
        </mxCell>
        <mxCell id="riORpZrSyDfUIBfQNrKo-5" edge="1" parent="1" source="riORpZrSyDfUIBfQNrKo-3" style="endArrow=classic;html=1;rounded=0;exitX=1.043;exitY=0.504;exitDx=0;exitDy=0;exitPerimeter=0;" value="">
          <mxGeometry height="50" relative="1" width="50" as="geometry">
            <mxPoint x="-3517.5" y="720" as="sourcePoint" />
            <mxPoint x="-3437.5" y="610" as="targetPoint" />
          </mxGeometry>
        </mxCell>
        <mxCell id="riORpZrSyDfUIBfQNrKo-7" parent="1" style="rounded=1;whiteSpace=wrap;html=1;" value="预浸泡阶段：压力3BAR，时间5秒" vertex="1">
          <mxGeometry height="50" width="110" x="-3437.5" y="585" as="geometry" />
        </mxCell>
        <mxCell id="riORpZrSyDfUIBfQNrKo-8" edge="1" parent="1" style="endArrow=classic;html=1;rounded=0;exitX=1.043;exitY=0.504;exitDx=0;exitDy=0;exitPerimeter=0;" value="">
          <mxGeometry height="50" relative="1" width="50" as="geometry">
            <mxPoint x="-3326" y="609.71" as="sourcePoint" />
            <mxPoint x="-3289" y="609.71" as="targetPoint" />
          </mxGeometry>
        </mxCell>
        <mxCell id="riORpZrSyDfUIBfQNrKo-9" parent="1" style="rounded=1;whiteSpace=wrap;html=1;" value="主萃取阶段：压力9BAR，时间18秒" vertex="1">
          <mxGeometry height="50" width="110" x="-3287.5" y="585" as="geometry" />
        </mxCell>
        <mxCell id="riORpZrSyDfUIBfQNrKo-10" edge="1" parent="1" style="endArrow=classic;html=1;rounded=0;exitX=1.043;exitY=0.504;exitDx=0;exitDy=0;exitPerimeter=0;" value="">
          <mxGeometry height="50" relative="1" width="50" as="geometry">
            <mxPoint x="-3177.5" y="609.71" as="sourcePoint" />
            <mxPoint x="-3140.5" y="609.71" as="targetPoint" />
          </mxGeometry>
        </mxCell>
        <mxCell id="riORpZrSyDfUIBfQNrKo-11" parent="1" style="rounded=1;whiteSpace=wrap;html=1;" value="尾段降压：压力5BAR，时间5秒" vertex="1">
          <mxGeometry height="50" width="110" x="-3142.5" y="585" as="geometry" />
        </mxCell>
        <mxCell id="riORpZrSyDfUIBfQNrKo-12" parent="1" style="rounded=1;whiteSpace=wrap;html=1;" value="结束" vertex="1">
          <mxGeometry height="40" width="75" x="-2992.5" y="590" as="geometry" />
        </mxCell>
        <mxCell id="riORpZrSyDfUIBfQNrKo-13" edge="1" parent="1" style="endArrow=classic;html=1;rounded=0;exitX=1.043;exitY=0.504;exitDx=0;exitDy=0;exitPerimeter=0;" value="">
          <mxGeometry height="50" relative="1" width="50" as="geometry">
            <mxPoint x="-3031" y="609.71" as="sourcePoint" />
            <mxPoint x="-2994" y="609.71" as="targetPoint" />
          </mxGeometry>
        </mxCell>
        <mxCell id="0SS8FHruJlp0RhGvm0XP-1" parent="1" style="rounded=1;whiteSpace=wrap;html=1;" value="双份浓缩" vertex="1">
          <mxGeometry height="50" width="110" x="-3707.5" y="655" as="geometry" />
        </mxCell>
        <mxCell id="0SS8FHruJlp0RhGvm0XP-2" parent="1" style="rounded=1;whiteSpace=wrap;html=1;fillColor=#ffe6cc;strokeColor=#d79b00;" value="按键触发" vertex="1">
          <mxGeometry height="40" width="80" x="-3557.5" y="655" as="geometry" />
        </mxCell>
        <mxCell id="0SS8FHruJlp0RhGvm0XP-3" edge="1" parent="1" source="0SS8FHruJlp0RhGvm0XP-1" style="endArrow=classic;html=1;rounded=0;exitX=1.01;exitY=0.506;exitDx=0;exitDy=0;exitPerimeter=0;entryX=0.007;entryY=0.589;entryDx=0;entryDy=0;entryPerimeter=0;" target="0SS8FHruJlp0RhGvm0XP-2" value="">
          <mxGeometry height="50" relative="1" width="50" as="geometry">
            <mxPoint x="-3537.5" y="825" as="sourcePoint" />
            <mxPoint x="-3567.5" y="680" as="targetPoint" />
          </mxGeometry>
        </mxCell>
        <mxCell id="0SS8FHruJlp0RhGvm0XP-4" edge="1" parent="1" source="0SS8FHruJlp0RhGvm0XP-2" style="endArrow=classic;html=1;rounded=0;exitX=1.043;exitY=0.504;exitDx=0;exitDy=0;exitPerimeter=0;" value="">
          <mxGeometry height="50" relative="1" width="50" as="geometry">
            <mxPoint x="-3517.5" y="785" as="sourcePoint" />
            <mxPoint x="-3437.5" y="675" as="targetPoint" />
          </mxGeometry>
        </mxCell>
        <mxCell id="0SS8FHruJlp0RhGvm0XP-5" parent="1" style="rounded=1;whiteSpace=wrap;html=1;" value="预浸泡阶段：压力3BAR，时间5秒" vertex="1">
          <mxGeometry height="50" width="110" x="-3437.5" y="650" as="geometry" />
        </mxCell>
        <mxCell id="0SS8FHruJlp0RhGvm0XP-6" edge="1" parent="1" style="endArrow=classic;html=1;rounded=0;exitX=1.043;exitY=0.504;exitDx=0;exitDy=0;exitPerimeter=0;" value="">
          <mxGeometry height="50" relative="1" width="50" as="geometry">
            <mxPoint x="-3326" y="674.71" as="sourcePoint" />
            <mxPoint x="-3289" y="674.71" as="targetPoint" />
          </mxGeometry>
        </mxCell>
        <mxCell id="0SS8FHruJlp0RhGvm0XP-7" parent="1" style="rounded=1;whiteSpace=wrap;html=1;" value="主萃取阶段：压力9BAR，时间20秒" vertex="1">
          <mxGeometry height="50" width="110" x="-3287.5" y="650" as="geometry" />
        </mxCell>
        <mxCell id="0SS8FHruJlp0RhGvm0XP-8" edge="1" parent="1" style="endArrow=classic;html=1;rounded=0;exitX=1.043;exitY=0.504;exitDx=0;exitDy=0;exitPerimeter=0;" value="">
          <mxGeometry height="50" relative="1" width="50" as="geometry">
            <mxPoint x="-3177.5" y="674.71" as="sourcePoint" />
            <mxPoint x="-3140.5" y="674.71" as="targetPoint" />
          </mxGeometry>
        </mxCell>
        <mxCell id="0SS8FHruJlp0RhGvm0XP-9" parent="1" style="rounded=1;whiteSpace=wrap;html=1;" value="尾段降压：压力5BAR，时间5秒" vertex="1">
          <mxGeometry height="50" width="110" x="-3142.5" y="650" as="geometry" />
        </mxCell>
        <mxCell id="0SS8FHruJlp0RhGvm0XP-10" parent="1" style="rounded=1;whiteSpace=wrap;html=1;" value="结束" vertex="1">
          <mxGeometry height="40" width="75" x="-2992.5" y="655" as="geometry" />
        </mxCell>
        <mxCell id="0SS8FHruJlp0RhGvm0XP-11" edge="1" parent="1" style="endArrow=classic;html=1;rounded=0;exitX=1.043;exitY=0.504;exitDx=0;exitDy=0;exitPerimeter=0;" value="">
          <mxGeometry height="50" relative="1" width="50" as="geometry">
            <mxPoint x="-3031" y="674.71" as="sourcePoint" />
            <mxPoint x="-2994" y="674.71" as="targetPoint" />
          </mxGeometry>
        </mxCell>
        <mxCell id="0SS8FHruJlp0RhGvm0XP-12" parent="1" style="rounded=1;whiteSpace=wrap;html=1;" value="美式咖啡" vertex="1">
          <mxGeometry height="50" width="110" x="-3707.5" y="715" as="geometry" />
        </mxCell>
        <mxCell id="0SS8FHruJlp0RhGvm0XP-13" parent="1" style="rounded=1;whiteSpace=wrap;html=1;fillColor=#ffe6cc;strokeColor=#d79b00;" value="按键触发" vertex="1">
          <mxGeometry height="40" width="80" x="-3557.5" y="715" as="geometry" />
        </mxCell>
        <mxCell id="0SS8FHruJlp0RhGvm0XP-14" edge="1" parent="1" source="0SS8FHruJlp0RhGvm0XP-12" style="endArrow=classic;html=1;rounded=0;exitX=1.01;exitY=0.506;exitDx=0;exitDy=0;exitPerimeter=0;entryX=0.007;entryY=0.589;entryDx=0;entryDy=0;entryPerimeter=0;" target="0SS8FHruJlp0RhGvm0XP-13" value="">
          <mxGeometry height="50" relative="1" width="50" as="geometry">
            <mxPoint x="-3537.5" y="885" as="sourcePoint" />
            <mxPoint x="-3567.5" y="740" as="targetPoint" />
          </mxGeometry>
        </mxCell>
        <mxCell id="0SS8FHruJlp0RhGvm0XP-15" edge="1" parent="1" source="0SS8FHruJlp0RhGvm0XP-13" style="endArrow=classic;html=1;rounded=0;exitX=1.043;exitY=0.504;exitDx=0;exitDy=0;exitPerimeter=0;" value="">
          <mxGeometry height="50" relative="1" width="50" as="geometry">
            <mxPoint x="-3517.5" y="845" as="sourcePoint" />
            <mxPoint x="-3437.5" y="735" as="targetPoint" />
          </mxGeometry>
        </mxCell>
        <mxCell id="0SS8FHruJlp0RhGvm0XP-16" parent="1" style="rounded=1;whiteSpace=wrap;html=1;" value="预浸泡阶段：压力3BAR，时间5秒" vertex="1">
          <mxGeometry height="50" width="110" x="-3437.5" y="710" as="geometry" />
        </mxCell>
        <mxCell id="0SS8FHruJlp0RhGvm0XP-17" edge="1" parent="1" style="endArrow=classic;html=1;rounded=0;exitX=1.043;exitY=0.504;exitDx=0;exitDy=0;exitPerimeter=0;" value="">
          <mxGeometry height="50" relative="1" width="50" as="geometry">
            <mxPoint x="-3326" y="734.71" as="sourcePoint" />
            <mxPoint x="-3289" y="734.71" as="targetPoint" />
          </mxGeometry>
        </mxCell>
        <mxCell id="0SS8FHruJlp0RhGvm0XP-18" parent="1" style="rounded=1;whiteSpace=wrap;html=1;" value="主萃取阶段：压力9BAR，时间20秒" vertex="1">
          <mxGeometry height="50" width="110" x="-3287.5" y="710" as="geometry" />
        </mxCell>
        <mxCell id="0SS8FHruJlp0RhGvm0XP-19" edge="1" parent="1" style="endArrow=classic;html=1;rounded=0;exitX=1.043;exitY=0.504;exitDx=0;exitDy=0;exitPerimeter=0;" value="">
          <mxGeometry height="50" relative="1" width="50" as="geometry">
            <mxPoint x="-3177.5" y="734.71" as="sourcePoint" />
            <mxPoint x="-3140.5" y="734.71" as="targetPoint" />
          </mxGeometry>
        </mxCell>
        <mxCell id="0SS8FHruJlp0RhGvm0XP-20" parent="1" style="rounded=1;whiteSpace=wrap;html=1;" value="尾段降压：压力4BAR，时间5秒" vertex="1">
          <mxGeometry height="50" width="110" x="-3142.5" y="710" as="geometry" />
        </mxCell>
        <mxCell id="0SS8FHruJlp0RhGvm0XP-21" parent="1" style="rounded=1;whiteSpace=wrap;html=1;" value="结束" vertex="1">
          <mxGeometry height="40" width="75" x="-2992.5" y="715" as="geometry" />
        </mxCell>
        <mxCell id="0SS8FHruJlp0RhGvm0XP-22" edge="1" parent="1" style="endArrow=classic;html=1;rounded=0;exitX=1.043;exitY=0.504;exitDx=0;exitDy=0;exitPerimeter=0;" value="">
          <mxGeometry height="50" relative="1" width="50" as="geometry">
            <mxPoint x="-3031" y="734.71" as="sourcePoint" />
            <mxPoint x="-2994" y="734.71" as="targetPoint" />
          </mxGeometry>
        </mxCell>
        <mxCell id="0SS8FHruJlp0RhGvm0XP-23" parent="1" style="rounded=1;whiteSpace=wrap;html=1;" value="浅烘焙" vertex="1">
          <mxGeometry height="50" width="110" x="-3707.5" y="785" as="geometry" />
        </mxCell>
        <mxCell id="0SS8FHruJlp0RhGvm0XP-24" parent="1" style="rounded=1;whiteSpace=wrap;html=1;fillColor=#ffe6cc;strokeColor=#d79b00;" value="按键触发" vertex="1">
          <mxGeometry height="40" width="80" x="-3557.5" y="785" as="geometry" />
        </mxCell>
        <mxCell id="0SS8FHruJlp0RhGvm0XP-25" edge="1" parent="1" source="0SS8FHruJlp0RhGvm0XP-23" style="endArrow=classic;html=1;rounded=0;exitX=1.01;exitY=0.506;exitDx=0;exitDy=0;exitPerimeter=0;entryX=0.007;entryY=0.589;entryDx=0;entryDy=0;entryPerimeter=0;" target="0SS8FHruJlp0RhGvm0XP-24" value="">
          <mxGeometry height="50" relative="1" width="50" as="geometry">
            <mxPoint x="-3537.5" y="955" as="sourcePoint" />
            <mxPoint x="-3567.5" y="810" as="targetPoint" />
          </mxGeometry>
        </mxCell>
        <mxCell id="0SS8FHruJlp0RhGvm0XP-26" edge="1" parent="1" source="0SS8FHruJlp0RhGvm0XP-24" style="endArrow=classic;html=1;rounded=0;exitX=1.043;exitY=0.504;exitDx=0;exitDy=0;exitPerimeter=0;" value="">
          <mxGeometry height="50" relative="1" width="50" as="geometry">
            <mxPoint x="-3517.5" y="915" as="sourcePoint" />
            <mxPoint x="-3437.5" y="805" as="targetPoint" />
          </mxGeometry>
        </mxCell>
        <mxCell id="0SS8FHruJlp0RhGvm0XP-27" parent="1" style="rounded=1;whiteSpace=wrap;html=1;" value="预浸泡阶段：压力3BAR，时间9秒" vertex="1">
          <mxGeometry height="50" width="110" x="-3437.5" y="780" as="geometry" />
        </mxCell>
        <mxCell id="0SS8FHruJlp0RhGvm0XP-28" edge="1" parent="1" style="endArrow=classic;html=1;rounded=0;exitX=1.043;exitY=0.504;exitDx=0;exitDy=0;exitPerimeter=0;" value="">
          <mxGeometry height="50" relative="1" width="50" as="geometry">
            <mxPoint x="-3326" y="804.71" as="sourcePoint" />
            <mxPoint x="-3289" y="804.71" as="targetPoint" />
          </mxGeometry>
        </mxCell>
        <mxCell id="0SS8FHruJlp0RhGvm0XP-29" parent="1" style="rounded=1;whiteSpace=wrap;html=1;" value="主萃取阶段：压力9BAR，时间22秒" vertex="1">
          <mxGeometry height="50" width="110" x="-3287.5" y="780" as="geometry" />
        </mxCell>
        <mxCell id="0SS8FHruJlp0RhGvm0XP-30" edge="1" parent="1" style="endArrow=classic;html=1;rounded=0;exitX=1.043;exitY=0.504;exitDx=0;exitDy=0;exitPerimeter=0;" value="">
          <mxGeometry height="50" relative="1" width="50" as="geometry">
            <mxPoint x="-3177.5" y="804.71" as="sourcePoint" />
            <mxPoint x="-3140.5" y="804.71" as="targetPoint" />
          </mxGeometry>
        </mxCell>
        <mxCell id="0SS8FHruJlp0RhGvm0XP-31" parent="1" style="rounded=1;whiteSpace=wrap;html=1;" value="尾段降压：压力4BAR，时间5秒" vertex="1">
          <mxGeometry height="50" width="110" x="-3142.5" y="780" as="geometry" />
        </mxCell>
        <mxCell id="0SS8FHruJlp0RhGvm0XP-32" parent="1" style="rounded=1;whiteSpace=wrap;html=1;" value="结束" vertex="1">
          <mxGeometry height="40" width="75" x="-2992.5" y="785" as="geometry" />
        </mxCell>
        <mxCell id="0SS8FHruJlp0RhGvm0XP-33" edge="1" parent="1" style="endArrow=classic;html=1;rounded=0;exitX=1.043;exitY=0.504;exitDx=0;exitDy=0;exitPerimeter=0;" value="">
          <mxGeometry height="50" relative="1" width="50" as="geometry">
            <mxPoint x="-3031" y="804.71" as="sourcePoint" />
            <mxPoint x="-2994" y="804.71" as="targetPoint" />
          </mxGeometry>
        </mxCell>
        <mxCell id="0SS8FHruJlp0RhGvm0XP-34" parent="1" style="rounded=1;whiteSpace=wrap;html=1;" value="中烘焙" vertex="1">
          <mxGeometry height="50" width="110" x="-3707.5" y="855" as="geometry" />
        </mxCell>
        <mxCell id="0SS8FHruJlp0RhGvm0XP-35" parent="1" style="rounded=1;whiteSpace=wrap;html=1;fillColor=#ffe6cc;strokeColor=#d79b00;" value="按键触发" vertex="1">
          <mxGeometry height="40" width="80" x="-3557.5" y="855" as="geometry" />
        </mxCell>
        <mxCell id="0SS8FHruJlp0RhGvm0XP-36" edge="1" parent="1" source="0SS8FHruJlp0RhGvm0XP-34" style="endArrow=classic;html=1;rounded=0;exitX=1.01;exitY=0.506;exitDx=0;exitDy=0;exitPerimeter=0;entryX=0.007;entryY=0.589;entryDx=0;entryDy=0;entryPerimeter=0;" target="0SS8FHruJlp0RhGvm0XP-35" value="">
          <mxGeometry height="50" relative="1" width="50" as="geometry">
            <mxPoint x="-3537.5" y="1025" as="sourcePoint" />
            <mxPoint x="-3567.5" y="880" as="targetPoint" />
          </mxGeometry>
        </mxCell>
        <mxCell id="0SS8FHruJlp0RhGvm0XP-37" edge="1" parent="1" source="0SS8FHruJlp0RhGvm0XP-35" style="endArrow=classic;html=1;rounded=0;exitX=1.043;exitY=0.504;exitDx=0;exitDy=0;exitPerimeter=0;" value="">
          <mxGeometry height="50" relative="1" width="50" as="geometry">
            <mxPoint x="-3517.5" y="985" as="sourcePoint" />
            <mxPoint x="-3437.5" y="875" as="targetPoint" />
          </mxGeometry>
        </mxCell>
        <mxCell id="0SS8FHruJlp0RhGvm0XP-38" parent="1" style="rounded=1;whiteSpace=wrap;html=1;" value="预浸泡阶段：压力3BAR，时间7秒" vertex="1">
          <mxGeometry height="50" width="110" x="-3437.5" y="850" as="geometry" />
        </mxCell>
        <mxCell id="0SS8FHruJlp0RhGvm0XP-39" edge="1" parent="1" style="endArrow=classic;html=1;rounded=0;exitX=1.043;exitY=0.504;exitDx=0;exitDy=0;exitPerimeter=0;" value="">
          <mxGeometry height="50" relative="1" width="50" as="geometry">
            <mxPoint x="-3326" y="874.71" as="sourcePoint" />
            <mxPoint x="-3289" y="874.71" as="targetPoint" />
          </mxGeometry>
        </mxCell>
        <mxCell id="0SS8FHruJlp0RhGvm0XP-40" parent="1" style="rounded=1;whiteSpace=wrap;html=1;" value="主萃取阶段：压力9BAR，时间20秒" vertex="1">
          <mxGeometry height="50" width="110" x="-3287.5" y="850" as="geometry" />
        </mxCell>
        <mxCell id="0SS8FHruJlp0RhGvm0XP-41" edge="1" parent="1" style="endArrow=classic;html=1;rounded=0;exitX=1.043;exitY=0.504;exitDx=0;exitDy=0;exitPerimeter=0;" value="">
          <mxGeometry height="50" relative="1" width="50" as="geometry">
            <mxPoint x="-3177.5" y="874.71" as="sourcePoint" />
            <mxPoint x="-3140.5" y="874.71" as="targetPoint" />
          </mxGeometry>
        </mxCell>
        <mxCell id="0SS8FHruJlp0RhGvm0XP-42" parent="1" style="rounded=1;whiteSpace=wrap;html=1;" value="尾段降压：压力4BAR，时间5秒" vertex="1">
          <mxGeometry height="50" width="110" x="-3142.5" y="850" as="geometry" />
        </mxCell>
        <mxCell id="0SS8FHruJlp0RhGvm0XP-43" parent="1" style="rounded=1;whiteSpace=wrap;html=1;" value="结束" vertex="1">
          <mxGeometry height="40" width="75" x="-2992.5" y="855" as="geometry" />
        </mxCell>
        <mxCell id="0SS8FHruJlp0RhGvm0XP-44" edge="1" parent="1" style="endArrow=classic;html=1;rounded=0;exitX=1.043;exitY=0.504;exitDx=0;exitDy=0;exitPerimeter=0;" value="">
          <mxGeometry height="50" relative="1" width="50" as="geometry">
            <mxPoint x="-3031" y="874.71" as="sourcePoint" />
            <mxPoint x="-2994" y="874.71" as="targetPoint" />
          </mxGeometry>
        </mxCell>
        <mxCell id="0SS8FHruJlp0RhGvm0XP-45" parent="1" style="rounded=1;whiteSpace=wrap;html=1;" value="深烘焙" vertex="1">
          <mxGeometry height="50" width="110" x="-3707.5" y="925" as="geometry" />
        </mxCell>
        <mxCell id="0SS8FHruJlp0RhGvm0XP-46" parent="1" style="rounded=1;whiteSpace=wrap;html=1;fillColor=#ffe6cc;strokeColor=#d79b00;" value="按键触发" vertex="1">
          <mxGeometry height="40" width="80" x="-3557.5" y="925" as="geometry" />
        </mxCell>
        <mxCell id="0SS8FHruJlp0RhGvm0XP-47" edge="1" parent="1" source="0SS8FHruJlp0RhGvm0XP-45" style="endArrow=classic;html=1;rounded=0;exitX=1.01;exitY=0.506;exitDx=0;exitDy=0;exitPerimeter=0;entryX=0.007;entryY=0.589;entryDx=0;entryDy=0;entryPerimeter=0;" target="0SS8FHruJlp0RhGvm0XP-46" value="">
          <mxGeometry height="50" relative="1" width="50" as="geometry">
            <mxPoint x="-3537.5" y="1095" as="sourcePoint" />
            <mxPoint x="-3567.5" y="950" as="targetPoint" />
          </mxGeometry>
        </mxCell>
        <mxCell id="0SS8FHruJlp0RhGvm0XP-48" edge="1" parent="1" source="0SS8FHruJlp0RhGvm0XP-46" style="endArrow=classic;html=1;rounded=0;exitX=1.043;exitY=0.504;exitDx=0;exitDy=0;exitPerimeter=0;" value="">
          <mxGeometry height="50" relative="1" width="50" as="geometry">
            <mxPoint x="-3517.5" y="1055" as="sourcePoint" />
            <mxPoint x="-3437.5" y="945" as="targetPoint" />
          </mxGeometry>
        </mxCell>
        <mxCell id="0SS8FHruJlp0RhGvm0XP-49" parent="1" style="rounded=1;whiteSpace=wrap;html=1;" value="预浸泡阶段：压力3BAR，时间5秒" vertex="1">
          <mxGeometry height="50" width="110" x="-3437.5" y="920" as="geometry" />
        </mxCell>
        <mxCell id="0SS8FHruJlp0RhGvm0XP-50" edge="1" parent="1" style="endArrow=classic;html=1;rounded=0;exitX=1.043;exitY=0.504;exitDx=0;exitDy=0;exitPerimeter=0;" value="">
          <mxGeometry height="50" relative="1" width="50" as="geometry">
            <mxPoint x="-3326" y="944.71" as="sourcePoint" />
            <mxPoint x="-3289" y="944.71" as="targetPoint" />
          </mxGeometry>
        </mxCell>
        <mxCell id="0SS8FHruJlp0RhGvm0XP-51" parent="1" style="rounded=1;whiteSpace=wrap;html=1;" value="主萃取阶段：压力9BAR，时间18秒" vertex="1">
          <mxGeometry height="50" width="110" x="-3287.5" y="920" as="geometry" />
        </mxCell>
        <mxCell id="0SS8FHruJlp0RhGvm0XP-52" edge="1" parent="1" style="endArrow=classic;html=1;rounded=0;exitX=1.043;exitY=0.504;exitDx=0;exitDy=0;exitPerimeter=0;" value="">
          <mxGeometry height="50" relative="1" width="50" as="geometry">
            <mxPoint x="-3177.5" y="944.71" as="sourcePoint" />
            <mxPoint x="-3140.5" y="944.71" as="targetPoint" />
          </mxGeometry>
        </mxCell>
        <mxCell id="0SS8FHruJlp0RhGvm0XP-53" parent="1" style="rounded=1;whiteSpace=wrap;html=1;" value="尾段降压：压力3BAR，时间5秒" vertex="1">
          <mxGeometry height="50" width="110" x="-3142.5" y="920" as="geometry" />
        </mxCell>
        <mxCell id="0SS8FHruJlp0RhGvm0XP-54" parent="1" style="rounded=1;whiteSpace=wrap;html=1;" value="结束" vertex="1">
          <mxGeometry height="40" width="75" x="-2992.5" y="925" as="geometry" />
        </mxCell>
        <mxCell id="0SS8FHruJlp0RhGvm0XP-55" edge="1" parent="1" style="endArrow=classic;html=1;rounded=0;exitX=1.043;exitY=0.504;exitDx=0;exitDy=0;exitPerimeter=0;" value="">
          <mxGeometry height="50" relative="1" width="50" as="geometry">
            <mxPoint x="-3031" y="944.71" as="sourcePoint" />
            <mxPoint x="-2994" y="944.71" as="targetPoint" />
          </mxGeometry>
        </mxCell>
        <mxCell id="IilmvoyfG79s7OAyW8Hz-2" parent="1" style="text;html=1;whiteSpace=wrap;strokeColor=none;fillColor=none;align=center;verticalAlign=middle;rounded=0;fontSize=24;fontStyle=1;fontColor=#FF0000;" value="完成" vertex="1">
          <mxGeometry height="30" width="60" x="-3002.5" y="250" as="geometry" />
        </mxCell>
        <mxCell id="IilmvoyfG79s7OAyW8Hz-4" parent="1" style="text;html=1;whiteSpace=wrap;strokeColor=none;fillColor=none;align=center;verticalAlign=middle;rounded=0;fontSize=22;fontColor=#7F00FF;" value="总控是重量" vertex="1">
          <mxGeometry height="30" width="175" x="-3325" y="-220" as="geometry" />
        </mxCell>
        <mxCell id="DRQTxW7p1hNPi4zCKs6T-1" parent="1" style="text;html=1;whiteSpace=wrap;strokeColor=none;fillColor=none;align=left;verticalAlign=middle;rounded=0;fontColor=#7F00FF;" value="&lt;br&gt;1.使用气压传感器能够得到实际存量的水，实际根据水量减少，获得对应的电压值(红色模块)--水箱，和探针不会同时使用&lt;br&gt;2.两个探针一个是水箱一个是蒸汽锅炉&lt;br&gt;(&lt;br&gt;a.水位探针---是外接水,比如使用大桶水&lt;br&gt;b.气压传感器---水箱&lt;div&gt;&lt;br&gt;&lt;/div&gt;" vertex="1">
          <mxGeometry height="110" width="227.5" x="-2430" y="-1915" as="geometry" />
        </mxCell>
        <mxCell id="DRQTxW7p1hNPi4zCKs6T-2" parent="1" style="text;html=1;whiteSpace=wrap;strokeColor=none;fillColor=none;align=left;verticalAlign=middle;rounded=0;" value="水泵+220V水泵&lt;br&gt;a.不能同时工作&lt;br&gt;&lt;b&gt;&lt;font style=&quot;color: rgb(255, 0, 0);&quot;&gt;b.当前咖啡机只适配24V水泵&lt;/font&gt;&lt;/b&gt;" vertex="1">
          <mxGeometry height="70" width="325" x="-3055" y="-2000" as="geometry" />
        </mxCell>
        <mxCell id="DRQTxW7p1hNPi4zCKs6T-3" parent="1" style="text;html=1;whiteSpace=wrap;strokeColor=none;fillColor=none;align=left;verticalAlign=middle;rounded=0;fontStyle=1;fontColor=#7F00FF;" value="1.T1：蒸汽锅炉&lt;br&gt;2.T2咖啡锅炉&lt;br&gt;3.T3冲泡头" vertex="1">
          <mxGeometry height="60" width="130" x="-3777.5" y="-1550" as="geometry" />
        </mxCell>
-         <mxCell id="DRQTxW7p1hNPi4zCKs6T-4" parent="1" style="text;html=1;whiteSpace=wrap;strokeColor=none;fillColor=none;align=center;verticalAlign=middle;rounded=0;fontColor=#7F00FF;" value="冷凝水：气泵，排放冷凝水，工作30秒" vertex="1">
-           <mxGeometry height="30" width="157.5" x="-3281.25" y="-1250" as="geometry" />
+         <mxCell id="DRQTxW7p1hNPi4zCKs6T-4" parent="1" style="text;html=1;whiteSpace=wrap;strokeColor=none;fillColor=none;align=center;verticalAlign=middle;rounded=0;fontColor=#7F00FF;" value="&lt;b&gt;冷凝水：气泵，排放冷凝水，工作30秒 （完成）&lt;/b&gt;" vertex="1">
+           <mxGeometry height="30" width="157.5" x="-3507.5" y="-1240" as="geometry" />
        </mxCell>
        <mxCell id="DRQTxW7p1hNPi4zCKs6T-7" parent="1" style="text;html=1;whiteSpace=wrap;strokeColor=none;fillColor=none;align=left;verticalAlign=middle;rounded=0;fontColor=#7F00FF;" value="app:热水的计时&lt;br&gt;触摸屏上是手动的" vertex="1">
          <mxGeometry height="40" width="120" x="-3256.25" y="-1060" as="geometry" />
        </mxCell>
        <mxCell id="DRQTxW7p1hNPi4zCKs6T-9" parent="1" style="text;html=1;whiteSpace=wrap;strokeColor=none;fillColor=none;align=center;verticalAlign=middle;rounded=0;fontColor=#7F00FF;" value="冷热水是有独立的管子输出" vertex="1">
          <mxGeometry height="30" width="60" x="-3136.25" y="-820" as="geometry" />
        </mxCell>
        <mxCell id="DRQTxW7p1hNPi4zCKs6T-16" parent="1" style="text;html=1;whiteSpace=wrap;strokeColor=none;fillColor=none;align=left;verticalAlign=middle;rounded=0;fontColor=#7F00FF;fontStyle=1" value="&lt;strike&gt;只要拨杆变动，就弹出手动萃取功能，保存-液晶显示屏&lt;/strike&gt;，安卓app上只显示曲线" vertex="1">
          <mxGeometry height="30" width="240" x="-2420" y="-1660" as="geometry" />
        </mxCell>
        <mxCell id="DRQTxW7p1hNPi4zCKs6T-17" parent="1" style="text;html=1;whiteSpace=wrap;strokeColor=none;fillColor=none;align=left;verticalAlign=middle;rounded=0;fontStyle=1;fontColor=#7F00FF;" value="1.只要做咖啡的过程的过程中，进水电磁阀无论如何都是关闭的，直到咖啡做完结束，时间保存到下一次咖啡开始&lt;br&gt;&lt;strike&gt;2.开关机流程(触摸屏，控制板，mqtt代码写完，代验证&lt;/strike&gt;)" vertex="1">
          <mxGeometry height="60" width="280" x="-2417.5" y="-1620" as="geometry" />
        </mxCell>
        <mxCell id="DRQTxW7p1hNPi4zCKs6T-18" parent="1" style="text;html=1;whiteSpace=wrap;strokeColor=none;fillColor=none;align=center;verticalAlign=middle;rounded=0;fontColor=#FF0000;" value="萃取时间，三位数，只显示描述，字体调大，强调明显" vertex="1">
          <mxGeometry height="30" width="290" x="-2420" y="-1530" as="geometry" />
        </mxCell>
        <mxCell id="DRQTxW7p1hNPi4zCKs6T-19" parent="1" style="text;html=1;whiteSpace=wrap;strokeColor=none;fillColor=none;align=left;verticalAlign=middle;rounded=0;fontColor=#FF0000;fontStyle=1" value="&lt;strike&gt;1.蒸汽锅炉温度和咖啡锅炉的温度都按照0.1度的温控进行控制&lt;br&gt;&amp;nbsp; &amp;nbsp; &amp;nbsp; &amp;nbsp; &amp;nbsp; &amp;nbsp; &amp;nbsp;蒸汽锅炉的范围：110-140&lt;br&gt;&amp;nbsp; &amp;nbsp; &amp;nbsp; &amp;nbsp; &amp;nbsp; &amp;nbsp; &amp;nbsp;咖啡锅炉1-98度&lt;/strike&gt;&lt;div&gt;&lt;strike&gt;&amp;nbsp; &amp;nbsp; &amp;nbsp; &amp;nbsp; &lt;/strike&gt;&lt;font style=&quot;color: rgb(255, 51, 255);&quot;&gt;&lt;strike&gt;&amp;nbsp;a.控制板已经修改完成&amp;nbsp; b.触摸屏显示精度已经修改完成&lt;/strike&gt;&amp;nbsp; c.安卓端还没有同步&lt;/font&gt;&lt;br&gt;&lt;div&gt;&lt;strike&gt;2.液晶屏咖啡主控制页面---两个锅炉的温度&lt;/strike&gt;&lt;br&gt;&lt;div style=&quot;&quot;&gt;&lt;span style=&quot;background-color: transparent; color: light-dark(rgb(255, 0, 0), rgb(255, 144, 144));&quot;&gt;3.温度，可以根据电阻值的大小判断好坏&lt;br&gt;4.压力传感器，好坏的判断(咨询厂家)&lt;br&gt;在IPDA上的维修测试进行弹窗提醒&lt;br&gt;5&lt;strike&gt;.液晶屏的添加氛围灯，添加灯珠&lt;br&gt;&amp;nbsp; &amp;nbsp;咖啡锅炉：a.30度白色，60度蓝色。88度后都是红色&lt;br&gt;&amp;nbsp; &amp;nbsp; &amp;nbsp; &amp;nbsp; &amp;nbsp; &amp;nbsp; &amp;nbsp; &amp;nbsp; &amp;nbsp; &amp;nbsp;(0-30:)&lt;br&gt;&amp;nbsp; &amp;nbsp;做咖啡：跑马灯&lt;br&gt;&amp;nbsp; &amp;nbsp;&lt;/strike&gt;&lt;/span&gt;&lt;span style=&quot;background-color: transparent;&quot;&gt;&lt;font style=&quot;color: light-dark(rgb(255, 51, 255), rgb(255, 144, 144));&quot;&gt;&lt;strike&gt;8颗灯环，咖啡机控制板程序已经写好，详细的灯色变化可以见代码的readme&lt;/strike&gt;&lt;/font&gt;&lt;br&gt;&lt;font style=&quot;color: light-dark(rgb(255, 51, 255), rgb(255, 144, 144));&quot;&gt;6.增加泡茶模式，开始---》停顿---开始》---》开始，单独用一个模式记录&lt;/font&gt;&lt;br&gt;&lt;font style=&quot;color: light-dark(rgb(255, 51, 255), rgb(255, 144, 144));&quot;&gt;7.水位探针--蒸汽锅炉--检测水位需要做延迟(大概0.5秒的延迟。前后各测试一次，数值一样就有效)。因为沸腾的水接触水会进行误判&lt;/font&gt;&lt;br&gt;&lt;br&gt;&lt;br&gt;&lt;/span&gt;&lt;/div&gt;&lt;/div&gt;&lt;/div&gt;" vertex="1">
          <mxGeometry height="220" width="617.5" x="-2417.5" y="-1490" as="geometry" />
        </mxCell>
        <mxCell id="DRQTxW7p1hNPi4zCKs6T-20" parent="1" style="text;html=1;whiteSpace=wrap;strokeColor=none;fillColor=none;align=center;verticalAlign=middle;rounded=0;fontColor=#FF0000;fontSize=20;" value="只有正向清洗" vertex="1">
          <mxGeometry height="30" width="142.5" x="-3455" y="1090" as="geometry" />
        </mxCell>
        <mxCell id="DRQTxW7p1hNPi4zCKs6T-23" parent="1" style="text;html=1;whiteSpace=wrap;strokeColor=none;fillColor=none;align=center;verticalAlign=middle;rounded=0;fontStyle=1;fontColor=#FF0000;" value="缺少关机按键" vertex="1">
          <mxGeometry height="30" width="80" x="-3752.5" y="1490" as="geometry" />
        </mxCell>
        <mxCell id="DRQTxW7p1hNPi4zCKs6T-24" parent="1" style="rounded=1;whiteSpace=wrap;html=1;fillColor=#ffe6cc;strokeColor=#d79b00;" value="" vertex="1">
          <mxGeometry height="140" width="302.5" x="-3415" y="1520" as="geometry" />
        </mxCell>
        <mxCell id="DRQTxW7p1hNPi4zCKs6T-27" edge="1" parent="1" source="_P9jYmqXWWuWMUU2pL9c-157" style="edgeStyle=orthogonalEdgeStyle;rounded=0;orthogonalLoop=1;jettySize=auto;html=1;" target="DRQTxW7p1hNPi4zCKs6T-25" value="">
          <mxGeometry relative="1" as="geometry" />
        </mxCell>
        <mxCell id="_P9jYmqXWWuWMUU2pL9c-157" parent="1" style="rounded=1;whiteSpace=wrap;html=1;" value="关机按键" vertex="1">
          <mxGeometry height="40" width="55" x="-3395" y="1590" as="geometry" />
        </mxCell>
        <mxCell id="DRQTxW7p1hNPi4zCKs6T-28" edge="1" parent="1" source="DRQTxW7p1hNPi4zCKs6T-25" style="edgeStyle=orthogonalEdgeStyle;rounded=0;orthogonalLoop=1;jettySize=auto;html=1;" target="DRQTxW7p1hNPi4zCKs6T-26" value="">
          <mxGeometry relative="1" as="geometry" />
        </mxCell>
        <mxCell id="DRQTxW7p1hNPi4zCKs6T-25" parent="1" style="rounded=1;whiteSpace=wrap;html=1;" value="高压部分全关掉" vertex="1">
          <mxGeometry height="40" width="100" x="-3312.5" y="1590" as="geometry" />
        </mxCell>
        <mxCell id="DRQTxW7p1hNPi4zCKs6T-26" parent="1" style="rounded=1;whiteSpace=wrap;html=1;" value="LCD" vertex="1">
          <mxGeometry height="40" width="60" x="-3192.5" y="1590" as="geometry" />
        </mxCell>
        <mxCell id="DRQTxW7p1hNPi4zCKs6T-30" parent="1" style="rounded=1;whiteSpace=wrap;html=1;fontColor=#7F00FF;" value="蒸汽阀关闭后，开启气泵工作30秒，如果这个阶段蒸汽阀再开启，蒸汽阀优先" vertex="1">
          <mxGeometry height="60" width="140" x="-2956.25" y="-1200" as="geometry" />
        </mxCell>
        <mxCell id="DRQTxW7p1hNPi4zCKs6T-32" edge="1" parent="1" source="DRQTxW7p1hNPi4zCKs6T-31" style="edgeStyle=orthogonalEdgeStyle;rounded=0;orthogonalLoop=1;jettySize=auto;html=1;exitX=1;exitY=0.5;exitDx=0;exitDy=0;entryX=0;entryY=0.5;entryDx=0;entryDy=0;" target="_P9jYmqXWWuWMUU2pL9c-117">
          <mxGeometry relative="1" as="geometry" />
        </mxCell>
        <mxCell id="DRQTxW7p1hNPi4zCKs6T-31" parent="1" style="rounded=1;whiteSpace=wrap;html=1;" value="开启蒸汽阀" vertex="1">
          <mxGeometry height="40" width="73.75" x="-3275.62" y="-1190" as="geometry" />
        </mxCell>
        <mxCell id="DRQTxW7p1hNPi4zCKs6T-34" parent="1" style="text;html=1;whiteSpace=wrap;strokeColor=none;fillColor=none;align=left;verticalAlign=middle;rounded=0;fontColor=#7F00FF;" value="app:热水的计时&lt;br&gt;&lt;strike&gt;触摸屏上是手动的&lt;/strike&gt;" vertex="1">
          <mxGeometry height="40" width="120" x="-2420" y="-1740" as="geometry" />
        </mxCell>
      </root>
    </mxGraphModel>
  </diagram>
</mxfile>
